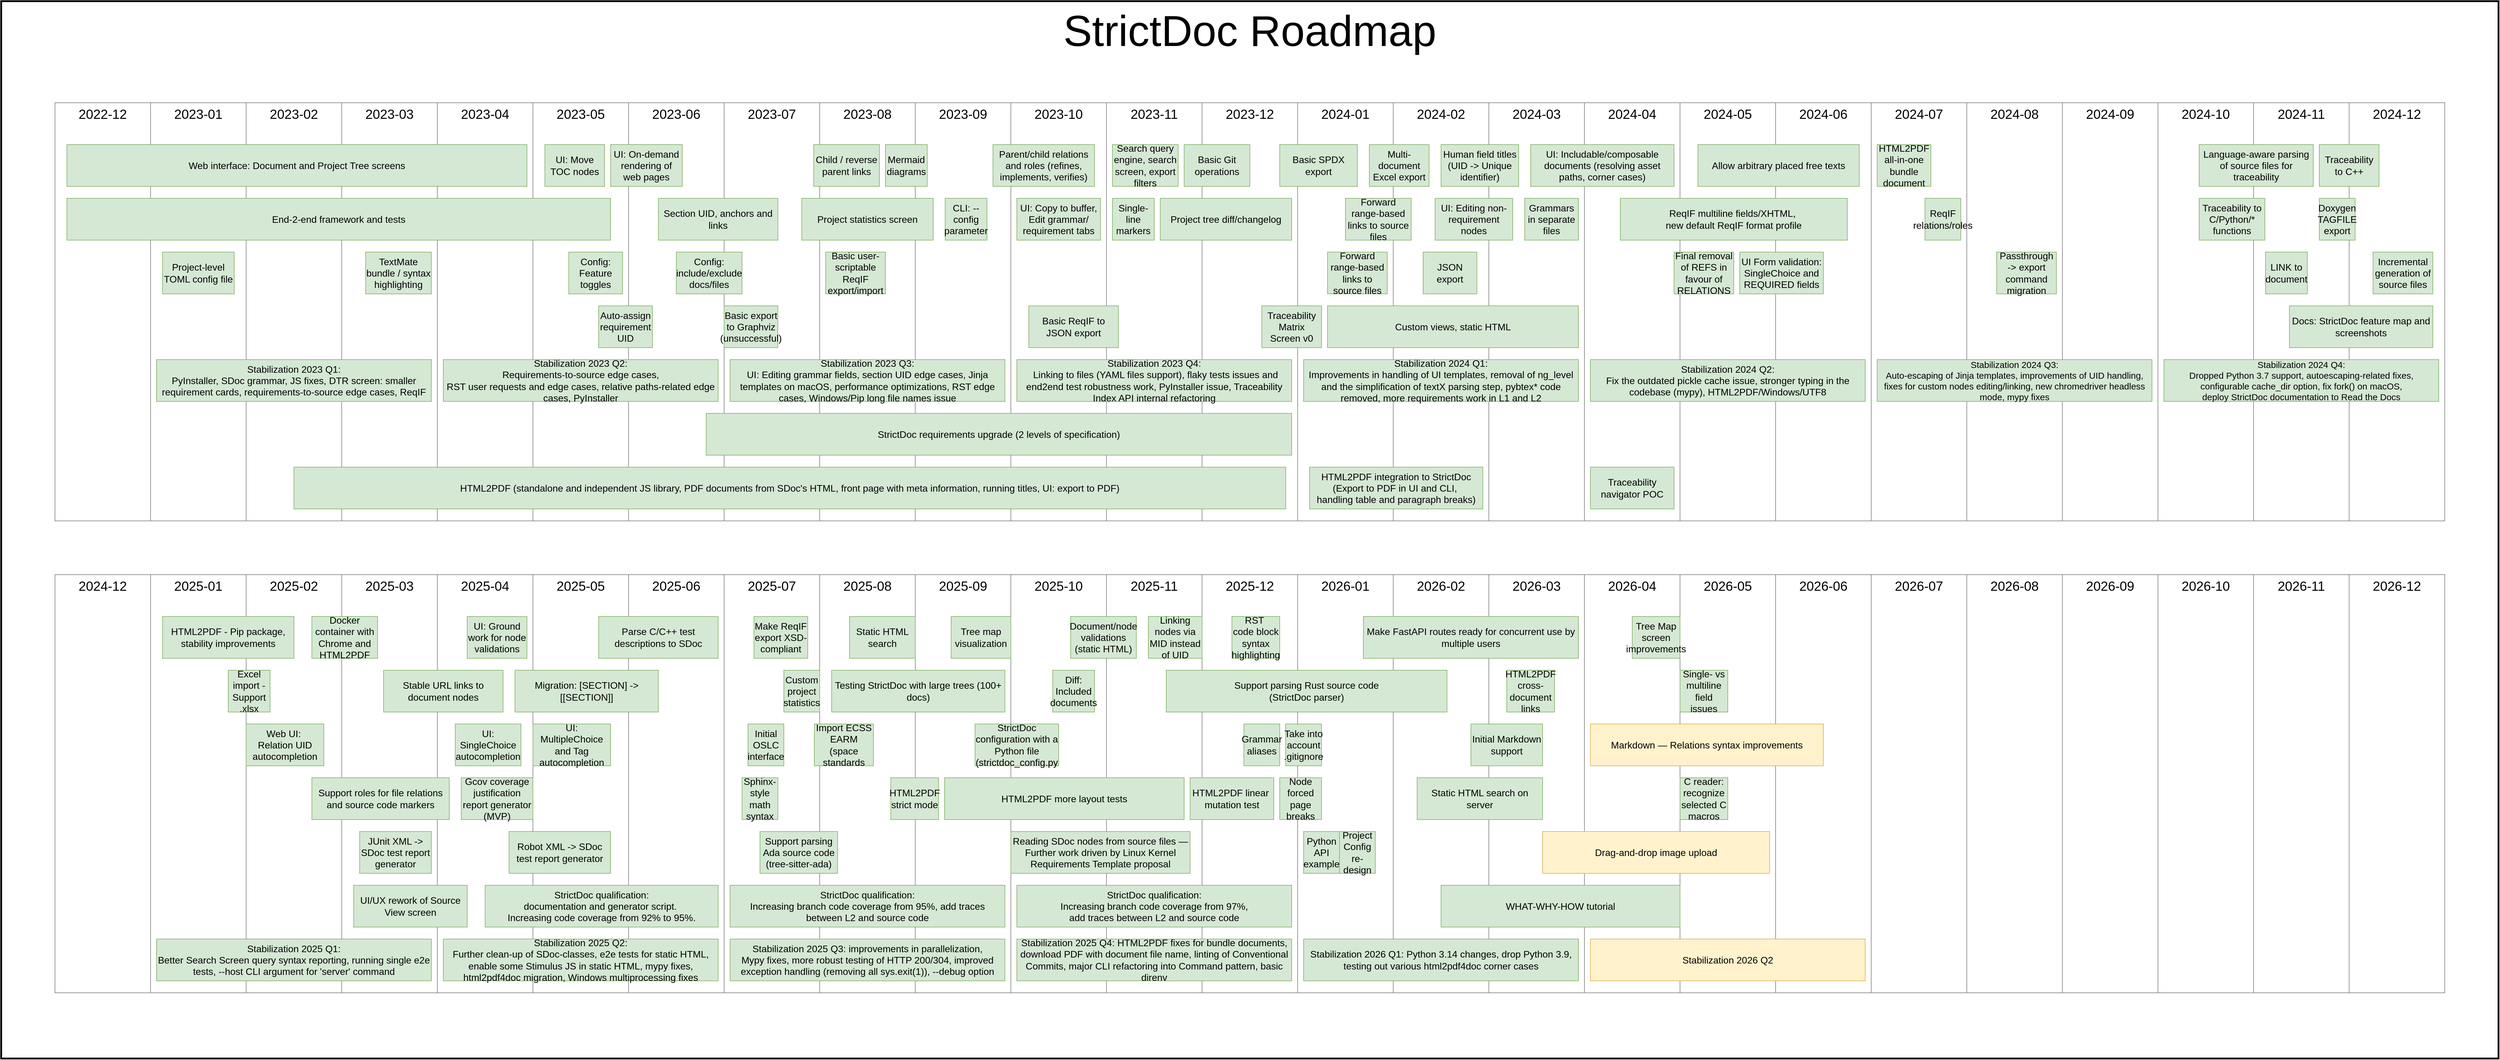
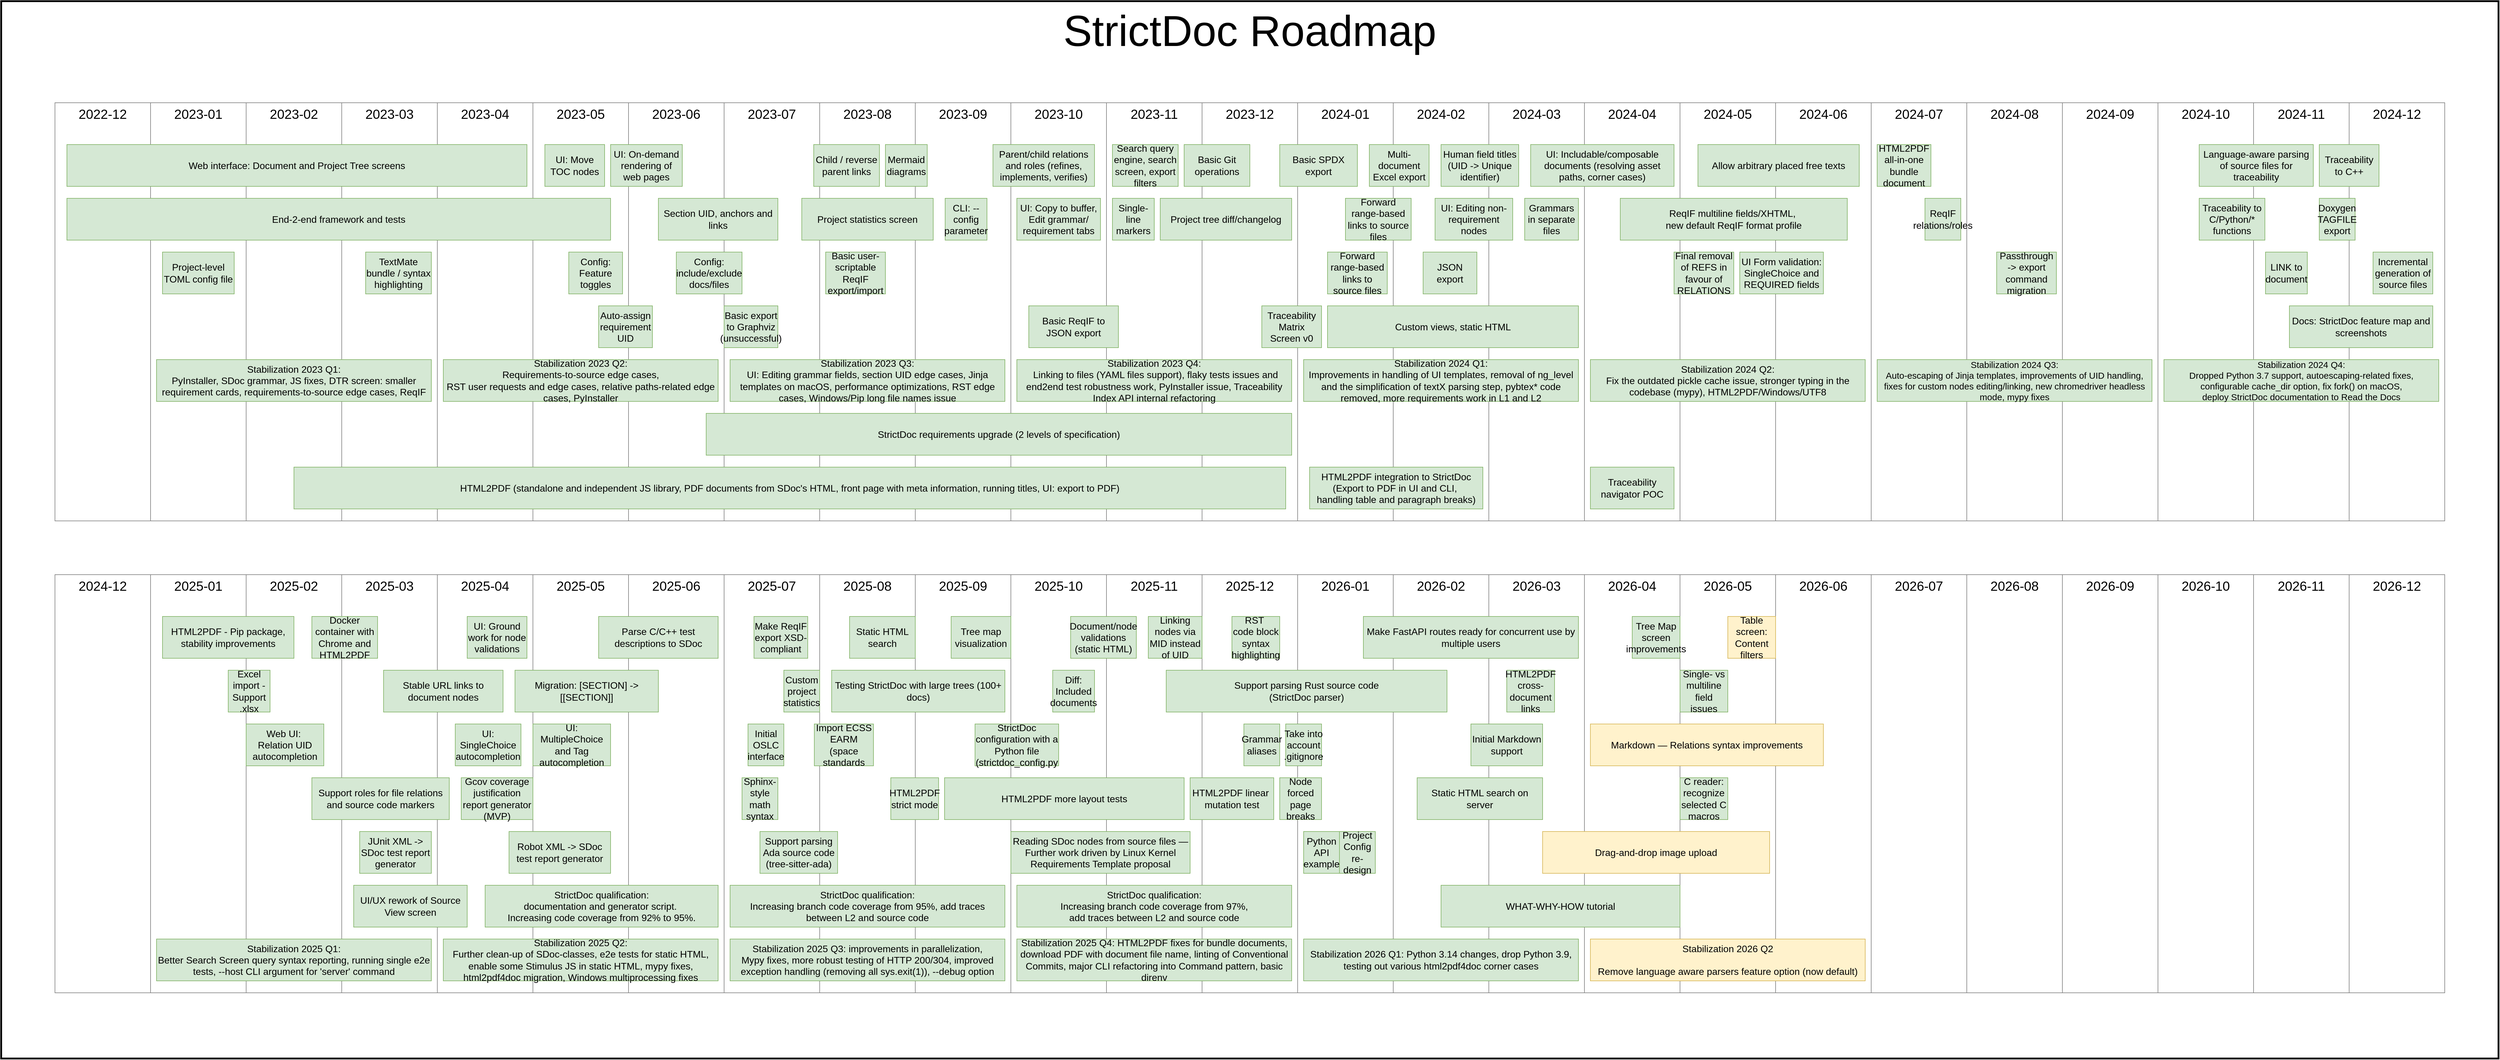
<mxfile host="Electron" agent="Mozilla/5.0 (X11; Linux x86_64) AppleWebKit/537.36 (KHTML, like Gecko) draw.io/28.2.5 Chrome/138.0.7204.251 Electron/37.6.1 Safari/537.36" version="28.2.5">
  <diagram name="Roadmap" id="QL4QDE5GQBR7DcBM7GMb">
-     <mxGraphModel dx="3939" dy="4292" grid="1" gridSize="10" guides="1" tooltips="1" connect="1" arrows="1" fold="1" page="1" pageScale="1" pageWidth="2339" pageHeight="3300" math="0" shadow="0">
+     <mxGraphModel dx="4282" dy="4504" grid="1" gridSize="10" guides="1" tooltips="1" connect="1" arrows="1" fold="1" page="1" pageScale="1" pageWidth="2339" pageHeight="3300" math="0" shadow="0">
      <root>
        <mxCell id="0" />
        <object label="Background" id="e4xbaoC47YMUbLc9hft--7">
          <mxCell style="" parent="0" />
        </object>
        <mxCell id="e4xbaoC47YMUbLc9hft--8" value="StrictDoc Roadmap" style="rounded=0;whiteSpace=wrap;html=1;verticalAlign=top;fontSize=72;strokeWidth=3;" parent="e4xbaoC47YMUbLc9hft--7" vertex="1">
          <mxGeometry x="-1450" y="-130" width="4180" height="1770" as="geometry" />
        </mxCell>
        <object label="Months" id="1">
          <mxCell style="locked=1;" parent="0" />
        </object>
        <mxCell id="5Hoejhb2v4ojji3GJ6aL-1" value="2023-09" style="rounded=0;whiteSpace=wrap;fontSize=22;verticalAlign=top;strokeColor=#808080;html=1;labelBorderColor=none;labelBackgroundColor=none;" parent="1" vertex="1">
          <mxGeometry x="80" y="40" width="160" height="700" as="geometry" />
        </mxCell>
        <mxCell id="5Hoejhb2v4ojji3GJ6aL-2" value="2023-10" style="rounded=0;whiteSpace=wrap;fontSize=22;verticalAlign=top;strokeColor=#808080;html=1;labelBorderColor=none;labelBackgroundColor=none;" parent="1" vertex="1">
          <mxGeometry x="240" y="40" width="160" height="700" as="geometry" />
        </mxCell>
        <mxCell id="5Hoejhb2v4ojji3GJ6aL-3" value="2023-11" style="rounded=0;whiteSpace=wrap;fontSize=22;verticalAlign=top;strokeColor=#808080;html=1;labelBorderColor=none;labelBackgroundColor=none;" parent="1" vertex="1">
          <mxGeometry x="400" y="40" width="160" height="700" as="geometry" />
        </mxCell>
        <mxCell id="5Hoejhb2v4ojji3GJ6aL-4" value="2023-12" style="rounded=0;whiteSpace=wrap;fontSize=22;verticalAlign=top;strokeColor=#808080;html=1;labelBorderColor=none;labelBackgroundColor=none;" parent="1" vertex="1">
          <mxGeometry x="560" y="40" width="160" height="700" as="geometry" />
        </mxCell>
        <mxCell id="5Hoejhb2v4ojji3GJ6aL-6" value="2023-08" style="rounded=0;whiteSpace=wrap;fontSize=22;verticalAlign=top;strokeColor=#808080;html=1;labelBorderColor=none;labelBackgroundColor=none;" parent="1" vertex="1">
          <mxGeometry x="-80" y="40" width="160" height="700" as="geometry" />
        </mxCell>
        <mxCell id="5Hoejhb2v4ojji3GJ6aL-7" value="2023-07" style="rounded=0;whiteSpace=wrap;fontSize=22;verticalAlign=top;strokeColor=#808080;html=1;labelBorderColor=none;labelBackgroundColor=none;" parent="1" vertex="1">
          <mxGeometry x="-240" y="40" width="160" height="700" as="geometry" />
        </mxCell>
        <mxCell id="5Hoejhb2v4ojji3GJ6aL-8" value="2023-06" style="rounded=0;whiteSpace=wrap;fontSize=22;verticalAlign=top;strokeColor=#808080;html=1;labelBorderColor=none;labelBackgroundColor=none;" parent="1" vertex="1">
          <mxGeometry x="-400" y="40" width="160" height="700" as="geometry" />
        </mxCell>
        <mxCell id="5Hoejhb2v4ojji3GJ6aL-9" value="2023-05" style="rounded=0;whiteSpace=wrap;fontSize=22;verticalAlign=top;strokeColor=#808080;html=1;labelBorderColor=none;labelBackgroundColor=none;" parent="1" vertex="1">
          <mxGeometry x="-560" y="40" width="160" height="700" as="geometry" />
        </mxCell>
        <mxCell id="5Hoejhb2v4ojji3GJ6aL-10" value="2023-04" style="rounded=0;whiteSpace=wrap;fontSize=22;verticalAlign=top;strokeColor=#808080;html=1;labelBorderColor=none;labelBackgroundColor=none;" parent="1" vertex="1">
          <mxGeometry x="-720" y="40" width="160" height="700" as="geometry" />
        </mxCell>
        <mxCell id="5Hoejhb2v4ojji3GJ6aL-11" value="2023-03" style="rounded=0;whiteSpace=wrap;fontSize=22;verticalAlign=top;strokeColor=#808080;html=1;labelBorderColor=none;labelBackgroundColor=none;" parent="1" vertex="1">
          <mxGeometry x="-880" y="40" width="160" height="700" as="geometry" />
        </mxCell>
        <mxCell id="5Hoejhb2v4ojji3GJ6aL-12" value="2023-02" style="rounded=0;whiteSpace=wrap;fontSize=22;verticalAlign=top;strokeColor=#808080;html=1;labelBorderColor=none;labelBackgroundColor=none;" parent="1" vertex="1">
          <mxGeometry x="-1040" y="40" width="160" height="700" as="geometry" />
        </mxCell>
        <mxCell id="5Hoejhb2v4ojji3GJ6aL-13" value="2023-01" style="rounded=0;whiteSpace=wrap;fontSize=22;verticalAlign=top;strokeColor=#808080;html=1;labelBorderColor=none;labelBackgroundColor=none;" parent="1" vertex="1">
          <mxGeometry x="-1200" y="40" width="160" height="700" as="geometry" />
        </mxCell>
        <mxCell id="5Hoejhb2v4ojji3GJ6aL-25" value="2024-01" style="rounded=0;whiteSpace=wrap;fontSize=22;verticalAlign=top;strokeColor=#808080;html=1;labelBorderColor=none;labelBackgroundColor=none;" parent="1" vertex="1">
          <mxGeometry x="720" y="40" width="160" height="700" as="geometry" />
        </mxCell>
        <mxCell id="5Hoejhb2v4ojji3GJ6aL-26" value="2024-02" style="rounded=0;whiteSpace=wrap;fontSize=22;verticalAlign=top;strokeColor=#808080;html=1;labelBorderColor=none;labelBackgroundColor=none;" parent="1" vertex="1">
          <mxGeometry x="880" y="40" width="160" height="700" as="geometry" />
        </mxCell>
        <mxCell id="5Hoejhb2v4ojji3GJ6aL-27" value="2024-03" style="rounded=0;whiteSpace=wrap;fontSize=22;verticalAlign=top;strokeColor=#808080;html=1;labelBorderColor=none;labelBackgroundColor=none;" parent="1" vertex="1">
          <mxGeometry x="1040" y="40" width="160" height="700" as="geometry" />
        </mxCell>
        <mxCell id="5Hoejhb2v4ojji3GJ6aL-30" value="2024-04" style="rounded=0;whiteSpace=wrap;fontSize=22;verticalAlign=top;strokeColor=#808080;html=1;labelBorderColor=none;labelBackgroundColor=none;" parent="1" vertex="1">
          <mxGeometry x="1200" y="40" width="160" height="700" as="geometry" />
        </mxCell>
        <mxCell id="5Hoejhb2v4ojji3GJ6aL-31" value="2024-05" style="rounded=0;whiteSpace=wrap;fontSize=22;verticalAlign=top;strokeColor=#808080;html=1;labelBorderColor=none;labelBackgroundColor=none;" parent="1" vertex="1">
          <mxGeometry x="1360" y="40" width="160" height="700" as="geometry" />
        </mxCell>
        <mxCell id="5Hoejhb2v4ojji3GJ6aL-32" value="2024-06" style="rounded=0;whiteSpace=wrap;fontSize=22;verticalAlign=top;strokeColor=#808080;html=1;labelBorderColor=none;labelBackgroundColor=none;" parent="1" vertex="1">
          <mxGeometry x="1520" y="40" width="160" height="700" as="geometry" />
        </mxCell>
        <mxCell id="5Hoejhb2v4ojji3GJ6aL-33" value="2024-07" style="rounded=0;whiteSpace=wrap;fontSize=22;verticalAlign=top;strokeColor=#808080;html=1;labelBorderColor=none;labelBackgroundColor=none;" parent="1" vertex="1">
          <mxGeometry x="1680" y="40" width="160" height="700" as="geometry" />
        </mxCell>
        <mxCell id="5Hoejhb2v4ojji3GJ6aL-34" value="2024-08" style="rounded=0;whiteSpace=wrap;fontSize=22;verticalAlign=top;strokeColor=#808080;html=1;labelBorderColor=none;labelBackgroundColor=none;" parent="1" vertex="1">
          <mxGeometry x="1840" y="40" width="160" height="700" as="geometry" />
        </mxCell>
        <mxCell id="5Hoejhb2v4ojji3GJ6aL-35" value="2024-09" style="rounded=0;whiteSpace=wrap;fontSize=22;verticalAlign=top;strokeColor=#808080;html=1;labelBorderColor=none;labelBackgroundColor=none;" parent="1" vertex="1">
          <mxGeometry x="2000" y="40" width="160" height="700" as="geometry" />
        </mxCell>
        <mxCell id="5Hoejhb2v4ojji3GJ6aL-36" value="2024-10" style="rounded=0;whiteSpace=wrap;fontSize=22;verticalAlign=top;strokeColor=#808080;html=1;labelBorderColor=none;labelBackgroundColor=none;" parent="1" vertex="1">
          <mxGeometry x="2160" y="40" width="160" height="700" as="geometry" />
        </mxCell>
        <mxCell id="5Hoejhb2v4ojji3GJ6aL-37" value="2024-11" style="rounded=0;whiteSpace=wrap;fontSize=22;verticalAlign=top;strokeColor=#808080;html=1;labelBorderColor=none;labelBackgroundColor=none;" parent="1" vertex="1">
          <mxGeometry x="2320" y="40" width="160" height="700" as="geometry" />
        </mxCell>
        <mxCell id="5Hoejhb2v4ojji3GJ6aL-38" value="2024-12" style="rounded=0;whiteSpace=wrap;fontSize=22;verticalAlign=top;strokeColor=#808080;html=1;labelBorderColor=none;labelBackgroundColor=none;" parent="1" vertex="1">
          <mxGeometry x="2480" y="40" width="160" height="700" as="geometry" />
        </mxCell>
        <mxCell id="5Hoejhb2v4ojji3GJ6aL-47" value="2022-12" style="rounded=0;whiteSpace=wrap;fontSize=22;verticalAlign=top;strokeColor=#808080;html=1;labelBorderColor=none;labelBackgroundColor=none;" parent="1" vertex="1">
          <mxGeometry x="-1360" y="40" width="160" height="700" as="geometry" />
        </mxCell>
        <mxCell id="vFR2ddkQemEW3wiGzv8y-28" value="2025-09" style="rounded=0;whiteSpace=wrap;fontSize=22;verticalAlign=top;strokeColor=#808080;html=1;labelBorderColor=none;labelBackgroundColor=none;" parent="1" vertex="1">
          <mxGeometry x="80" y="830" width="160" height="700" as="geometry" />
        </mxCell>
        <mxCell id="vFR2ddkQemEW3wiGzv8y-29" value="2025-10" style="rounded=0;whiteSpace=wrap;fontSize=22;verticalAlign=top;strokeColor=#808080;html=1;labelBorderColor=none;labelBackgroundColor=none;" parent="1" vertex="1">
          <mxGeometry x="240" y="830" width="160" height="700" as="geometry" />
        </mxCell>
        <mxCell id="vFR2ddkQemEW3wiGzv8y-30" value="2025-11" style="rounded=0;whiteSpace=wrap;fontSize=22;verticalAlign=top;strokeColor=#808080;html=1;labelBorderColor=none;labelBackgroundColor=none;" parent="1" vertex="1">
          <mxGeometry x="400" y="830" width="160" height="700" as="geometry" />
        </mxCell>
        <mxCell id="vFR2ddkQemEW3wiGzv8y-31" value="2025-12" style="rounded=0;whiteSpace=wrap;fontSize=22;verticalAlign=top;strokeColor=#808080;html=1;labelBorderColor=none;labelBackgroundColor=none;" parent="1" vertex="1">
          <mxGeometry x="560" y="830" width="160" height="700" as="geometry" />
        </mxCell>
        <mxCell id="vFR2ddkQemEW3wiGzv8y-32" value="2025-08" style="rounded=0;whiteSpace=wrap;fontSize=22;verticalAlign=top;strokeColor=#808080;html=1;labelBorderColor=none;labelBackgroundColor=none;" parent="1" vertex="1">
          <mxGeometry x="-80" y="830" width="160" height="700" as="geometry" />
        </mxCell>
        <mxCell id="vFR2ddkQemEW3wiGzv8y-33" value="2025-07" style="rounded=0;whiteSpace=wrap;fontSize=22;verticalAlign=top;strokeColor=#808080;html=1;labelBorderColor=none;labelBackgroundColor=none;" parent="1" vertex="1">
          <mxGeometry x="-240" y="830" width="160" height="700" as="geometry" />
        </mxCell>
        <mxCell id="vFR2ddkQemEW3wiGzv8y-34" value="2025-06" style="rounded=0;whiteSpace=wrap;fontSize=22;verticalAlign=top;strokeColor=#808080;html=1;labelBorderColor=none;labelBackgroundColor=none;" parent="1" vertex="1">
          <mxGeometry x="-400" y="830" width="160" height="700" as="geometry" />
        </mxCell>
        <mxCell id="vFR2ddkQemEW3wiGzv8y-35" value="2025-05" style="rounded=0;whiteSpace=wrap;fontSize=22;verticalAlign=top;strokeColor=#808080;html=1;labelBorderColor=none;labelBackgroundColor=none;" parent="1" vertex="1">
          <mxGeometry x="-560" y="830" width="160" height="700" as="geometry" />
        </mxCell>
        <mxCell id="vFR2ddkQemEW3wiGzv8y-36" value="2025-04" style="rounded=0;whiteSpace=wrap;fontSize=22;verticalAlign=top;strokeColor=#808080;html=1;labelBorderColor=none;labelBackgroundColor=none;" parent="1" vertex="1">
          <mxGeometry x="-720" y="830" width="160" height="700" as="geometry" />
        </mxCell>
        <mxCell id="vFR2ddkQemEW3wiGzv8y-37" value="2025-03" style="rounded=0;whiteSpace=wrap;fontSize=22;verticalAlign=top;strokeColor=#808080;html=1;labelBorderColor=none;labelBackgroundColor=none;" parent="1" vertex="1">
          <mxGeometry x="-880" y="830" width="160" height="700" as="geometry" />
        </mxCell>
        <mxCell id="vFR2ddkQemEW3wiGzv8y-38" value="2025-02" style="rounded=0;whiteSpace=wrap;fontSize=22;verticalAlign=top;strokeColor=#808080;html=1;labelBorderColor=none;labelBackgroundColor=none;" parent="1" vertex="1">
          <mxGeometry x="-1040" y="830" width="160" height="700" as="geometry" />
        </mxCell>
        <mxCell id="vFR2ddkQemEW3wiGzv8y-39" value="2025-01" style="rounded=0;whiteSpace=wrap;fontSize=22;verticalAlign=top;strokeColor=#808080;html=1;labelBorderColor=none;labelBackgroundColor=none;" parent="1" vertex="1">
          <mxGeometry x="-1200" y="830" width="160" height="700" as="geometry" />
        </mxCell>
        <mxCell id="vFR2ddkQemEW3wiGzv8y-40" value="2026-01" style="rounded=0;whiteSpace=wrap;fontSize=22;verticalAlign=top;strokeColor=#808080;html=1;labelBorderColor=none;labelBackgroundColor=none;" parent="1" vertex="1">
          <mxGeometry x="720" y="830" width="160" height="700" as="geometry" />
        </mxCell>
        <mxCell id="vFR2ddkQemEW3wiGzv8y-41" value="2026-02" style="rounded=0;whiteSpace=wrap;fontSize=22;verticalAlign=top;strokeColor=#808080;html=1;labelBorderColor=none;labelBackgroundColor=none;" parent="1" vertex="1">
          <mxGeometry x="880" y="830" width="160" height="700" as="geometry" />
        </mxCell>
        <mxCell id="vFR2ddkQemEW3wiGzv8y-42" value="2026-03" style="rounded=0;whiteSpace=wrap;fontSize=22;verticalAlign=top;strokeColor=#808080;html=1;labelBorderColor=none;labelBackgroundColor=none;" parent="1" vertex="1">
          <mxGeometry x="1040" y="830" width="160" height="700" as="geometry" />
        </mxCell>
        <mxCell id="vFR2ddkQemEW3wiGzv8y-43" value="2026-04" style="rounded=0;whiteSpace=wrap;fontSize=22;verticalAlign=top;strokeColor=#808080;html=1;labelBorderColor=none;labelBackgroundColor=none;" parent="1" vertex="1">
          <mxGeometry x="1200" y="830" width="160" height="700" as="geometry" />
        </mxCell>
        <mxCell id="vFR2ddkQemEW3wiGzv8y-44" value="2026-05" style="rounded=0;whiteSpace=wrap;fontSize=22;verticalAlign=top;strokeColor=#808080;html=1;labelBorderColor=none;labelBackgroundColor=none;" parent="1" vertex="1">
          <mxGeometry x="1360" y="830" width="160" height="700" as="geometry" />
        </mxCell>
        <mxCell id="vFR2ddkQemEW3wiGzv8y-45" value="2026-06" style="rounded=0;whiteSpace=wrap;fontSize=22;verticalAlign=top;strokeColor=#808080;html=1;labelBorderColor=none;labelBackgroundColor=none;" parent="1" vertex="1">
          <mxGeometry x="1520" y="830" width="160" height="700" as="geometry" />
        </mxCell>
        <mxCell id="vFR2ddkQemEW3wiGzv8y-46" value="2026-07" style="rounded=0;whiteSpace=wrap;fontSize=22;verticalAlign=top;strokeColor=#808080;html=1;labelBorderColor=none;labelBackgroundColor=none;" parent="1" vertex="1">
          <mxGeometry x="1680" y="830" width="160" height="700" as="geometry" />
        </mxCell>
        <mxCell id="vFR2ddkQemEW3wiGzv8y-47" value="2026-08" style="rounded=0;whiteSpace=wrap;fontSize=22;verticalAlign=top;strokeColor=#808080;html=1;labelBorderColor=none;labelBackgroundColor=none;" parent="1" vertex="1">
          <mxGeometry x="1840" y="830" width="160" height="700" as="geometry" />
        </mxCell>
        <mxCell id="vFR2ddkQemEW3wiGzv8y-48" value="2026-09" style="rounded=0;whiteSpace=wrap;fontSize=22;verticalAlign=top;strokeColor=#808080;html=1;labelBorderColor=none;labelBackgroundColor=none;" parent="1" vertex="1">
          <mxGeometry x="2000" y="830" width="160" height="700" as="geometry" />
        </mxCell>
        <mxCell id="vFR2ddkQemEW3wiGzv8y-49" value="2026-10" style="rounded=0;whiteSpace=wrap;fontSize=22;verticalAlign=top;strokeColor=#808080;html=1;labelBorderColor=none;labelBackgroundColor=none;" parent="1" vertex="1">
          <mxGeometry x="2160" y="830" width="160" height="700" as="geometry" />
        </mxCell>
        <mxCell id="vFR2ddkQemEW3wiGzv8y-50" value="2026-11" style="rounded=0;whiteSpace=wrap;fontSize=22;verticalAlign=top;strokeColor=#808080;html=1;labelBorderColor=none;labelBackgroundColor=none;" parent="1" vertex="1">
          <mxGeometry x="2320" y="830" width="160" height="700" as="geometry" />
        </mxCell>
        <mxCell id="vFR2ddkQemEW3wiGzv8y-51" value="2026-12" style="rounded=0;whiteSpace=wrap;fontSize=22;verticalAlign=top;strokeColor=#808080;html=1;labelBorderColor=none;labelBackgroundColor=none;" parent="1" vertex="1">
          <mxGeometry x="2480" y="830" width="160" height="700" as="geometry" />
        </mxCell>
        <mxCell id="vFR2ddkQemEW3wiGzv8y-52" value="2024-12" style="rounded=0;whiteSpace=wrap;fontSize=22;verticalAlign=top;strokeColor=#808080;html=1;labelBorderColor=none;labelBackgroundColor=none;" parent="1" vertex="1">
          <mxGeometry x="-1360" y="830" width="160" height="700" as="geometry" />
        </mxCell>
        <object label="Clusters" id="5Hoejhb2v4ojji3GJ6aL-50">
          <mxCell style="locked=1;" parent="0" />
        </object>
        <object label="Figures" id="5Hoejhb2v4ojji3GJ6aL-5">
          <mxCell style="" parent="0" />
        </object>
        <mxCell id="5Hoejhb2v4ojji3GJ6aL-21" value="Child / reverse parent links" style="text;html=1;strokeColor=#82b366;fillColor=#d5e8d4;align=center;verticalAlign=middle;whiteSpace=wrap;rounded=0;fontStyle=0;fontSize=16;" parent="5Hoejhb2v4ojji3GJ6aL-5" vertex="1">
          <mxGeometry x="-90" y="110" width="110" height="70" as="geometry" />
        </mxCell>
        <mxCell id="5Hoejhb2v4ojji3GJ6aL-39" value="Section UID, anchors and links" style="text;html=1;strokeColor=#82b366;fillColor=#d5e8d4;align=center;verticalAlign=middle;whiteSpace=wrap;rounded=0;fontStyle=0;fontSize=16;" parent="5Hoejhb2v4ojji3GJ6aL-5" vertex="1">
          <mxGeometry x="-350" y="200" width="200" height="70" as="geometry" />
        </mxCell>
        <mxCell id="5Hoejhb2v4ojji3GJ6aL-40" value="Auto-assign requirement UID" style="text;html=1;strokeColor=#82b366;fillColor=#d5e8d4;align=center;verticalAlign=middle;whiteSpace=wrap;rounded=0;fontStyle=0;fontSize=16;" parent="5Hoejhb2v4ojji3GJ6aL-5" vertex="1">
          <mxGeometry x="-450" y="380" width="90" height="70" as="geometry" />
        </mxCell>
        <mxCell id="5Hoejhb2v4ojji3GJ6aL-42" value="TextMate bundle / syntax highlighting" style="text;html=1;strokeColor=#82b366;fillColor=#d5e8d4;align=center;verticalAlign=middle;whiteSpace=wrap;rounded=0;fontStyle=0;fontSize=16;" parent="5Hoejhb2v4ojji3GJ6aL-5" vertex="1">
          <mxGeometry x="-840" y="290" width="110" height="70" as="geometry" />
        </mxCell>
        <mxCell id="5Hoejhb2v4ojji3GJ6aL-14" value="Project statistics screen" style="text;html=1;strokeColor=#82b366;fillColor=#d5e8d4;align=center;verticalAlign=middle;whiteSpace=wrap;rounded=0;fontStyle=0;fontSize=16;" parent="5Hoejhb2v4ojji3GJ6aL-5" vertex="1">
          <mxGeometry x="-110" y="200" width="220" height="70" as="geometry" />
        </mxCell>
        <mxCell id="5Hoejhb2v4ojji3GJ6aL-15" value="HTML2PDF (standalone and independent JS library, PDF documents from SDoc&#39;s HTML, front page with meta information, running titles, UI: export to PDF)" style="text;html=1;strokeColor=#82b366;fillColor=#d5e8d4;align=center;verticalAlign=middle;whiteSpace=wrap;rounded=0;fontStyle=0;fontSize=16;" parent="5Hoejhb2v4ojji3GJ6aL-5" vertex="1">
          <mxGeometry x="-960" y="650" width="1660" height="70" as="geometry" />
        </mxCell>
        <mxCell id="5Hoejhb2v4ojji3GJ6aL-17" value="&lt;font color=&quot;#000000&quot;&gt;Traceability&lt;/font&gt;&lt;font color=&quot;#000000&quot;&gt; Matrix Screen v0&lt;br&gt;&lt;/font&gt;" style="text;html=1;strokeColor=#82b366;fillColor=#d5e8d4;align=center;verticalAlign=middle;whiteSpace=wrap;rounded=0;fontStyle=0;fontSize=16;" parent="5Hoejhb2v4ojji3GJ6aL-5" vertex="1">
          <mxGeometry x="660" y="380" width="100" height="70" as="geometry" />
        </mxCell>
        <mxCell id="5Hoejhb2v4ojji3GJ6aL-19" value="Basic user-scriptable ReqIF export/import" style="text;html=1;strokeColor=#82b366;fillColor=#d5e8d4;align=center;verticalAlign=middle;whiteSpace=wrap;rounded=0;fontStyle=0;fontSize=16;" parent="5Hoejhb2v4ojji3GJ6aL-5" vertex="1">
          <mxGeometry x="-70" y="290" width="100" height="70" as="geometry" />
        </mxCell>
        <mxCell id="5Hoejhb2v4ojji3GJ6aL-23" value="CLI: --config parameter" style="text;html=1;strokeColor=#82b366;fillColor=#d5e8d4;align=center;verticalAlign=middle;whiteSpace=wrap;rounded=0;fontStyle=0;fontSize=16;" parent="5Hoejhb2v4ojji3GJ6aL-5" vertex="1">
          <mxGeometry x="130" y="200" width="70" height="70" as="geometry" />
        </mxCell>
        <mxCell id="5Hoejhb2v4ojji3GJ6aL-43" value="StrictDoc requirements upgrade (2 levels of specification)" style="text;html=1;strokeColor=#82b366;fillColor=#d5e8d4;align=center;verticalAlign=middle;whiteSpace=wrap;rounded=0;fontStyle=0;fontSize=16;" parent="5Hoejhb2v4ojji3GJ6aL-5" vertex="1">
          <mxGeometry x="-270" y="560" width="980" height="70" as="geometry" />
        </mxCell>
        <mxCell id="5Hoejhb2v4ojji3GJ6aL-45" value="&lt;font color=&quot;#000000&quot;&gt;Basic SPDX export&lt;br&gt;&lt;/font&gt;" style="text;html=1;strokeColor=#82b366;fillColor=#d5e8d4;align=center;verticalAlign=middle;whiteSpace=wrap;rounded=0;fontStyle=0;fontSize=16;" parent="5Hoejhb2v4ojji3GJ6aL-5" vertex="1">
          <mxGeometry x="690" y="110" width="130" height="70" as="geometry" />
        </mxCell>
        <mxCell id="5Hoejhb2v4ojji3GJ6aL-48" value="Web interface: Document and Project Tree screens" style="text;html=1;strokeColor=#82b366;fillColor=#d5e8d4;align=center;verticalAlign=middle;whiteSpace=wrap;rounded=0;fontStyle=0;fontSize=16;" parent="5Hoejhb2v4ojji3GJ6aL-5" vertex="1">
          <mxGeometry x="-1340" y="110" width="770" height="70" as="geometry" />
        </mxCell>
        <mxCell id="5Hoejhb2v4ojji3GJ6aL-51" value="End-2-end framework and tests" style="text;html=1;strokeColor=#82b366;fillColor=#d5e8d4;align=center;verticalAlign=middle;whiteSpace=wrap;rounded=0;fontStyle=0;fontSize=16;" parent="5Hoejhb2v4ojji3GJ6aL-5" vertex="1">
          <mxGeometry x="-1340" y="200" width="910" height="70" as="geometry" />
        </mxCell>
        <mxCell id="5Hoejhb2v4ojji3GJ6aL-52" value="&lt;div&gt;UI: On-demand rendering of web pages&lt;/div&gt;" style="text;html=1;strokeColor=#82b366;fillColor=#d5e8d4;align=center;verticalAlign=middle;whiteSpace=wrap;rounded=0;fontStyle=0;fontSize=16;" parent="5Hoejhb2v4ojji3GJ6aL-5" vertex="1">
          <mxGeometry x="-430" y="110" width="120" height="70" as="geometry" />
        </mxCell>
        <mxCell id="5Hoejhb2v4ojji3GJ6aL-53" value="UI: Move TOC nodes" style="text;html=1;strokeColor=#82b366;fillColor=#d5e8d4;align=center;verticalAlign=middle;whiteSpace=wrap;rounded=0;fontStyle=0;fontSize=16;" parent="5Hoejhb2v4ojji3GJ6aL-5" vertex="1">
          <mxGeometry x="-540" y="110" width="100" height="70" as="geometry" />
        </mxCell>
        <mxCell id="5Hoejhb2v4ojji3GJ6aL-54" value="Project-level TOML config file" style="text;html=1;strokeColor=#82b366;fillColor=#d5e8d4;align=center;verticalAlign=middle;whiteSpace=wrap;rounded=0;fontStyle=0;fontSize=16;" parent="5Hoejhb2v4ojji3GJ6aL-5" vertex="1">
          <mxGeometry x="-1180" y="290" width="120" height="70" as="geometry" />
        </mxCell>
        <mxCell id="e4xbaoC47YMUbLc9hft--1" value="Config: Feature toggles" style="text;html=1;strokeColor=#82b366;fillColor=#d5e8d4;align=center;verticalAlign=middle;whiteSpace=wrap;rounded=0;fontStyle=0;fontSize=16;" parent="5Hoejhb2v4ojji3GJ6aL-5" vertex="1">
          <mxGeometry x="-500" y="290" width="90" height="70" as="geometry" />
        </mxCell>
        <mxCell id="e4xbaoC47YMUbLc9hft--2" value="&lt;div&gt;Stabilization 2023 Q1:&lt;br&gt;&lt;/div&gt;&lt;div&gt;PyInstaller, SDoc grammar, JS fixes, DTR screen: smaller requirement cards, requirements-to-source edge cases, ReqIF&lt;/div&gt;" style="text;html=1;strokeColor=#82b366;fillColor=#d5e8d4;align=center;verticalAlign=middle;whiteSpace=wrap;rounded=0;fontStyle=0;fontSize=16;" parent="5Hoejhb2v4ojji3GJ6aL-5" vertex="1">
          <mxGeometry x="-1190" y="470" width="460" height="70" as="geometry" />
        </mxCell>
        <mxCell id="e4xbaoC47YMUbLc9hft--3" value="&lt;div&gt;Stabilization 2023 Q2:&lt;br&gt;&lt;/div&gt;&lt;div&gt;Requirements-to-source edge cases, &lt;br&gt;&lt;/div&gt;RST user requests and edge cases, relative paths-related edge cases, PyInstaller" style="text;html=1;strokeColor=#82b366;fillColor=#d5e8d4;align=center;verticalAlign=middle;whiteSpace=wrap;rounded=0;fontStyle=0;fontSize=16;" parent="5Hoejhb2v4ojji3GJ6aL-5" vertex="1">
          <mxGeometry x="-710" y="470" width="460" height="70" as="geometry" />
        </mxCell>
        <mxCell id="e4xbaoC47YMUbLc9hft--4" value="Config: include/exclude docs/files" style="text;html=1;strokeColor=#82b366;fillColor=#d5e8d4;align=center;verticalAlign=middle;whiteSpace=wrap;rounded=0;fontStyle=0;fontSize=16;" parent="5Hoejhb2v4ojji3GJ6aL-5" vertex="1">
          <mxGeometry x="-320" y="290" width="110" height="70" as="geometry" />
        </mxCell>
        <mxCell id="e4xbaoC47YMUbLc9hft--5" value="&lt;div&gt;Stabilization 2023 Q3:&lt;br&gt;&lt;/div&gt;UI: Editing grammar fields, section UID edge cases, Jinja templates on macOS, performance optimizations, RST edge cases, Windows/Pip long file names issue" style="text;html=1;strokeColor=#82b366;fillColor=#d5e8d4;align=center;verticalAlign=middle;whiteSpace=wrap;rounded=0;fontStyle=0;fontSize=16;" parent="5Hoejhb2v4ojji3GJ6aL-5" vertex="1">
          <mxGeometry x="-230" y="470" width="460" height="70" as="geometry" />
        </mxCell>
        <mxCell id="e4xbaoC47YMUbLc9hft--9" value="&lt;div&gt;Mermaid&lt;/div&gt;&lt;div&gt;diagrams&lt;/div&gt;" style="text;html=1;strokeColor=#82b366;fillColor=#d5e8d4;align=center;verticalAlign=middle;whiteSpace=wrap;rounded=0;fontStyle=0;fontSize=16;" parent="5Hoejhb2v4ojji3GJ6aL-5" vertex="1">
          <mxGeometry x="30" y="110" width="70" height="70" as="geometry" />
        </mxCell>
        <mxCell id="e4xbaoC47YMUbLc9hft--18" value="&lt;div&gt;Stabilization 2023 Q4:&lt;/div&gt;&lt;div&gt;&amp;nbsp;Linking to files (YAML files support), flaky tests issues and end2end test robustness work, PyInstaller issue, Traceability Index API internal refactoring&lt;br&gt;&lt;/div&gt;" style="text;html=1;strokeColor=#82b366;fillColor=#d5e8d4;align=center;verticalAlign=middle;whiteSpace=wrap;rounded=0;fontStyle=0;fontSize=16;" parent="5Hoejhb2v4ojji3GJ6aL-5" vertex="1">
          <mxGeometry x="250" y="470" width="460" height="70" as="geometry" />
        </mxCell>
        <mxCell id="ZHUxJVqyrOpv6eid2pWU-1" value="Parent/child relations and roles (refines, implements, verifies)" style="text;html=1;strokeColor=#82b366;fillColor=#d5e8d4;align=center;verticalAlign=middle;whiteSpace=wrap;rounded=0;fontStyle=0;fontSize=16;" parent="5Hoejhb2v4ojji3GJ6aL-5" vertex="1">
          <mxGeometry x="210" y="110" width="170" height="70" as="geometry" />
        </mxCell>
        <mxCell id="ZHUxJVqyrOpv6eid2pWU-2" value="Basic ReqIF to JSON export" style="text;html=1;strokeColor=#82b366;fillColor=#d5e8d4;align=center;verticalAlign=middle;whiteSpace=wrap;rounded=0;fontStyle=0;fontSize=16;" parent="5Hoejhb2v4ojji3GJ6aL-5" vertex="1">
          <mxGeometry x="270" y="380" width="150" height="70" as="geometry" />
        </mxCell>
        <mxCell id="k8s1h_Z_zSzXEBWhGtG7-1" value="&lt;div&gt;UI: Copy to buffer, Edit grammar/&lt;/div&gt;&lt;div&gt;requirement tabs&lt;br&gt;&lt;/div&gt;" style="text;html=1;strokeColor=#82b366;fillColor=#d5e8d4;align=center;verticalAlign=middle;whiteSpace=wrap;rounded=0;fontStyle=0;fontSize=16;" parent="5Hoejhb2v4ojji3GJ6aL-5" vertex="1">
          <mxGeometry x="250" y="200" width="140" height="70" as="geometry" />
        </mxCell>
        <mxCell id="5td-1cRUoRHkrHs212uj-1" value="Search query engine, search screen, export filters" style="text;html=1;strokeColor=#82b366;fillColor=#d5e8d4;align=center;verticalAlign=middle;whiteSpace=wrap;rounded=0;fontStyle=0;fontSize=16;" parent="5Hoejhb2v4ojji3GJ6aL-5" vertex="1">
          <mxGeometry x="410" y="110" width="110" height="70" as="geometry" />
        </mxCell>
        <mxCell id="5td-1cRUoRHkrHs212uj-2" value="Single-line markers" style="text;html=1;strokeColor=#82b366;fillColor=#d5e8d4;align=center;verticalAlign=middle;whiteSpace=wrap;rounded=0;fontStyle=0;fontSize=16;" parent="5Hoejhb2v4ojji3GJ6aL-5" vertex="1">
          <mxGeometry x="410" y="200" width="70" height="70" as="geometry" />
        </mxCell>
        <mxCell id="bzxhuAx1fFq9lgteCzhm-1" value="&lt;font color=&quot;#000000&quot;&gt;Project tree diff/changelog&lt;/font&gt;" style="text;html=1;strokeColor=#82b366;fillColor=#d5e8d4;align=center;verticalAlign=middle;whiteSpace=wrap;rounded=0;fontStyle=0;fontSize=16;" parent="5Hoejhb2v4ojji3GJ6aL-5" vertex="1">
          <mxGeometry x="490" y="200" width="220" height="70" as="geometry" />
        </mxCell>
        <mxCell id="xoYxP1hTg36p0s3yFHkj-1" value="Docs: StrictDoc feature map and screenshots" style="text;html=1;strokeColor=#82b366;fillColor=#d5e8d4;align=center;verticalAlign=middle;whiteSpace=wrap;rounded=0;fontStyle=0;fontSize=16;" parent="5Hoejhb2v4ojji3GJ6aL-5" vertex="1">
          <mxGeometry x="2380" y="380" width="240" height="70" as="geometry" />
        </mxCell>
        <mxCell id="xoYxP1hTg36p0s3yFHkj-2" value="&lt;font color=&quot;#000000&quot;&gt;Traceability navigator POC&lt;br&gt;&lt;/font&gt;" style="text;html=1;align=center;verticalAlign=middle;whiteSpace=wrap;rounded=0;fontStyle=0;fontSize=16;fillColor=#d5e8d4;strokeColor=#82b366;" parent="5Hoejhb2v4ojji3GJ6aL-5" vertex="1">
          <mxGeometry x="1210" y="650" width="140" height="70" as="geometry" />
        </mxCell>
        <mxCell id="xoYxP1hTg36p0s3yFHkj-6" value="&lt;font color=&quot;#000000&quot;&gt;UI: Editing non-requirement nodes&lt;/font&gt;" style="text;html=1;strokeColor=#82b366;fillColor=#d5e8d4;align=center;verticalAlign=middle;whiteSpace=wrap;rounded=0;fontStyle=0;fontSize=16;" parent="5Hoejhb2v4ojji3GJ6aL-5" vertex="1">
          <mxGeometry x="950" y="200" width="130" height="70" as="geometry" />
        </mxCell>
        <mxCell id="xoYxP1hTg36p0s3yFHkj-7" value="Basic Git operations" style="text;html=1;strokeColor=#82b366;fillColor=#d5e8d4;align=center;verticalAlign=middle;whiteSpace=wrap;rounded=0;fontStyle=0;fontSize=16;" parent="5Hoejhb2v4ojji3GJ6aL-5" vertex="1">
          <mxGeometry x="530" y="110" width="110" height="70" as="geometry" />
        </mxCell>
        <mxCell id="fWdrbh18M2HJ4tMojr6s-1" value="&lt;font color=&quot;#000000&quot;&gt;Allow arbitrary placed free texts&lt;/font&gt;" style="text;html=1;strokeColor=#82b366;fillColor=#d5e8d4;align=center;verticalAlign=middle;whiteSpace=wrap;rounded=0;fontStyle=0;fontSize=16;" parent="5Hoejhb2v4ojji3GJ6aL-5" vertex="1">
          <mxGeometry x="1390" y="110" width="270" height="70" as="geometry" />
        </mxCell>
        <mxCell id="fWdrbh18M2HJ4tMojr6s-2" value="Basic export to Graphviz (unsuccessful)" style="text;html=1;strokeColor=#82b366;fillColor=#d5e8d4;align=center;verticalAlign=middle;whiteSpace=wrap;rounded=0;fontStyle=0;fontSize=16;" parent="5Hoejhb2v4ojji3GJ6aL-5" vertex="1">
          <mxGeometry x="-240" y="380" width="90" height="70" as="geometry" />
        </mxCell>
        <mxCell id="YCubefTHywfSa6VliQcR-1" value="Forward range-based links to source files" style="text;html=1;strokeColor=#82b366;fillColor=#d5e8d4;align=center;verticalAlign=middle;whiteSpace=wrap;rounded=0;fontStyle=0;fontSize=16;" parent="5Hoejhb2v4ojji3GJ6aL-5" vertex="1">
          <mxGeometry x="770" y="290" width="100" height="70" as="geometry" />
        </mxCell>
        <mxCell id="YCubefTHywfSa6VliQcR-2" value="&lt;font color=&quot;#000000&quot;&gt;Custom views&lt;/font&gt;, static HTML" style="text;html=1;strokeColor=#82b366;fillColor=#d5e8d4;align=center;verticalAlign=middle;whiteSpace=wrap;rounded=0;fontStyle=0;fontSize=16;" parent="5Hoejhb2v4ojji3GJ6aL-5" vertex="1">
          <mxGeometry x="770" y="380" width="420" height="70" as="geometry" />
        </mxCell>
        <mxCell id="YCubefTHywfSa6VliQcR-3" value="&lt;div&gt;HTML2PDF integration to StrictDoc (Export to PDF in UI and CLI,&amp;nbsp;&lt;/div&gt;&lt;div&gt;handling table and paragraph breaks)&lt;/div&gt;" style="text;html=1;strokeColor=#82b366;fillColor=#d5e8d4;align=center;verticalAlign=middle;whiteSpace=wrap;rounded=0;fontStyle=0;fontSize=16;" parent="5Hoejhb2v4ojji3GJ6aL-5" vertex="1">
          <mxGeometry x="740" y="650" width="290" height="70" as="geometry" />
        </mxCell>
        <mxCell id="q5IPKXtHMBc3mqMKsgA0-1" value="&lt;font color=&quot;#000000&quot;&gt;Grammars in separate files&lt;br&gt;&lt;/font&gt;" style="text;html=1;strokeColor=#82b366;fillColor=#d5e8d4;align=center;verticalAlign=middle;whiteSpace=wrap;rounded=0;fontStyle=0;fontSize=16;" parent="5Hoejhb2v4ojji3GJ6aL-5" vertex="1">
          <mxGeometry x="1100" y="200" width="90" height="70" as="geometry" />
        </mxCell>
        <mxCell id="q5IPKXtHMBc3mqMKsgA0-2" value="&lt;div&gt;Human field titles&lt;/div&gt;&lt;div&gt;(UID -&amp;gt; Unique identifier)&lt;br&gt;&lt;/div&gt;" style="text;html=1;strokeColor=#82b366;fillColor=#d5e8d4;align=center;verticalAlign=middle;whiteSpace=wrap;rounded=0;fontStyle=0;fontSize=16;" parent="5Hoejhb2v4ojji3GJ6aL-5" vertex="1">
          <mxGeometry x="960" y="110" width="130" height="70" as="geometry" />
        </mxCell>
        <mxCell id="q5IPKXtHMBc3mqMKsgA0-3" value="JSON export" style="text;html=1;strokeColor=#82b366;fillColor=#d5e8d4;align=center;verticalAlign=middle;whiteSpace=wrap;rounded=0;fontStyle=0;fontSize=16;" parent="5Hoejhb2v4ojji3GJ6aL-5" vertex="1">
          <mxGeometry x="930" y="290" width="90" height="70" as="geometry" />
        </mxCell>
        <mxCell id="q5IPKXtHMBc3mqMKsgA0-4" value="Forward range-based links to source files" style="text;html=1;strokeColor=#82b366;fillColor=#d5e8d4;align=center;verticalAlign=middle;whiteSpace=wrap;rounded=0;fontStyle=0;fontSize=16;" parent="5Hoejhb2v4ojji3GJ6aL-5" vertex="1">
          <mxGeometry x="800" y="200" width="110" height="70" as="geometry" />
        </mxCell>
        <mxCell id="q5IPKXtHMBc3mqMKsgA0-5" value="&lt;div&gt;Stabilization 2024 Q1:&lt;/div&gt;&lt;div&gt;Improvements in handling of UI templates, removal of ng_level and the simplification of textX parsing step, pybtex* code removed, more requirements work in L1 and L2 &lt;/div&gt;" style="text;html=1;strokeColor=#82b366;fillColor=#d5e8d4;align=center;verticalAlign=middle;whiteSpace=wrap;rounded=0;fontStyle=0;fontSize=16;" parent="5Hoejhb2v4ojji3GJ6aL-5" vertex="1">
          <mxGeometry x="730" y="470" width="460" height="70" as="geometry" />
        </mxCell>
        <mxCell id="q5IPKXtHMBc3mqMKsgA0-6" value="Multi-document Excel export" style="text;html=1;strokeColor=#82b366;fillColor=#d5e8d4;align=center;verticalAlign=middle;whiteSpace=wrap;rounded=0;fontStyle=0;fontSize=16;" parent="5Hoejhb2v4ojji3GJ6aL-5" vertex="1">
          <mxGeometry x="840" y="110" width="100" height="70" as="geometry" />
        </mxCell>
        <mxCell id="q5IPKXtHMBc3mqMKsgA0-7" value="&lt;font color=&quot;#000000&quot;&gt;UI: Includable/composable documents&lt;/font&gt;&lt;font color=&quot;#000000&quot;&gt; (resolving asset paths, corner cases)&lt;br&gt;&lt;/font&gt;" style="text;html=1;strokeColor=#82b366;fillColor=#d5e8d4;align=center;verticalAlign=middle;whiteSpace=wrap;rounded=0;fontStyle=0;fontSize=16;" parent="5Hoejhb2v4ojji3GJ6aL-5" vertex="1">
          <mxGeometry x="1110" y="110" width="240" height="70" as="geometry" />
        </mxCell>
        <mxCell id="9dWRTfwKY_ZTF-qxbLCA-1" value="&lt;div&gt;Stabilization 2024 Q2:&lt;/div&gt;&lt;div&gt;Fix the outdated pickle cache issue, stronger typing in the codebase (mypy), HTML2PDF/Windows/UTF8&lt;/div&gt;" style="text;html=1;strokeColor=#82b366;fillColor=#d5e8d4;align=center;verticalAlign=middle;whiteSpace=wrap;rounded=0;fontStyle=0;fontSize=16;" parent="5Hoejhb2v4ojji3GJ6aL-5" vertex="1">
          <mxGeometry x="1210" y="470" width="460" height="70" as="geometry" />
        </mxCell>
        <mxCell id="5oKDhfBHpDyuIblvIitN-1" value="&lt;div&gt;ReqIF multiline fields/XHTML,&amp;nbsp;&lt;/div&gt;&lt;div&gt;new default ReqIF format profile&lt;br&gt;&lt;/div&gt;" style="text;html=1;strokeColor=#82b366;fillColor=#d5e8d4;align=center;verticalAlign=middle;whiteSpace=wrap;rounded=0;fontStyle=0;fontSize=16;" parent="5Hoejhb2v4ojji3GJ6aL-5" vertex="1">
          <mxGeometry x="1260" y="200" width="380" height="70" as="geometry" />
        </mxCell>
        <mxCell id="BHpWnK0uKLfCvxolmVS--2" value="Final removal of REFS in favour of RELATIONS" style="text;html=1;strokeColor=#82b366;fillColor=#d5e8d4;align=center;verticalAlign=middle;whiteSpace=wrap;rounded=0;fontStyle=0;fontSize=16;" parent="5Hoejhb2v4ojji3GJ6aL-5" vertex="1">
          <mxGeometry x="1350" y="290" width="100" height="70" as="geometry" />
        </mxCell>
        <mxCell id="BHpWnK0uKLfCvxolmVS--3" value="UI Form validation: SingleChoice and REQUIRED fields" style="text;html=1;strokeColor=#82b366;fillColor=#d5e8d4;align=center;verticalAlign=middle;whiteSpace=wrap;rounded=0;fontStyle=0;fontSize=16;" parent="5Hoejhb2v4ojji3GJ6aL-5" vertex="1">
          <mxGeometry x="1460" y="290" width="140" height="70" as="geometry" />
        </mxCell>
        <mxCell id="M5iQXvj3tZWS6f2_-kH6-1" value="&lt;font color=&quot;#000000&quot;&gt;HTML2PDF &lt;br&gt;all-in-one bundle &lt;br&gt;document&lt;/font&gt;&lt;br&gt;" style="text;html=1;strokeColor=#82b366;fillColor=#d5e8d4;align=center;verticalAlign=middle;whiteSpace=wrap;rounded=0;fontStyle=0;fontSize=16;" parent="5Hoejhb2v4ojji3GJ6aL-5" vertex="1">
          <mxGeometry x="1690" y="110" width="90" height="70" as="geometry" />
        </mxCell>
        <mxCell id="M5iQXvj3tZWS6f2_-kH6-2" value="&lt;div style=&quot;font-size: 15px;&quot;&gt;Stabilization 2024 Q3:&lt;/div&gt;&lt;div style=&quot;font-size: 15px;&quot;&gt;Auto-escaping of Jinja templates, improvements of UID handling, fixes for custom nodes editing/linking, new chromedriver headless mode, mypy fixes&lt;/div&gt;" style="text;html=1;strokeColor=#82b366;fillColor=#d5e8d4;align=center;verticalAlign=middle;whiteSpace=wrap;rounded=0;fontStyle=0;fontSize=15;" parent="5Hoejhb2v4ojji3GJ6aL-5" vertex="1">
          <mxGeometry x="1690" y="470" width="460" height="70" as="geometry" />
        </mxCell>
        <mxCell id="M5iQXvj3tZWS6f2_-kH6-5" value="&lt;div&gt;&lt;font color=&quot;#000000&quot;&gt;ReqIF&lt;/font&gt;&lt;/div&gt;&lt;div&gt;&lt;font color=&quot;#000000&quot;&gt;relations/roles&lt;/font&gt;&lt;br&gt;&lt;/div&gt;" style="text;html=1;strokeColor=#82b366;fillColor=#d5e8d4;align=center;verticalAlign=middle;whiteSpace=wrap;rounded=0;fontStyle=0;fontSize=16;" parent="5Hoejhb2v4ojji3GJ6aL-5" vertex="1">
          <mxGeometry x="1770" y="200" width="60" height="70" as="geometry" />
        </mxCell>
        <mxCell id="M5iQXvj3tZWS6f2_-kH6-6" value="&lt;font color=&quot;#000000&quot;&gt;Passthrough -&amp;gt; export command migration&lt;/font&gt;" style="text;html=1;strokeColor=#82b366;fillColor=#d5e8d4;align=center;verticalAlign=middle;whiteSpace=wrap;rounded=0;fontStyle=0;fontSize=16;" parent="5Hoejhb2v4ojji3GJ6aL-5" vertex="1">
          <mxGeometry x="1890" y="290" width="100" height="70" as="geometry" />
        </mxCell>
        <mxCell id="DVGK4SHqakHRgEz5WcLX-1" value="&lt;div style=&quot;font-size: 15px;&quot;&gt;Stabilization 2024 Q4:&lt;/div&gt;&lt;div style=&quot;font-size: 15px;&quot;&gt;Dropped Python 3.7 support, autoescaping-related fixes, configurable cache_dir option, fix fork() on macOS,&lt;br&gt;&lt;/div&gt;&lt;div style=&quot;font-size: 15px;&quot;&gt;deploy StrictDoc documentation to Read the Docs&lt;br&gt;&lt;/div&gt;" style="text;html=1;strokeColor=#82b366;fillColor=#d5e8d4;align=center;verticalAlign=middle;whiteSpace=wrap;rounded=0;fontStyle=0;fontSize=15;" parent="5Hoejhb2v4ojji3GJ6aL-5" vertex="1">
          <mxGeometry x="2170" y="470" width="460" height="70" as="geometry" />
        </mxCell>
        <mxCell id="DVGK4SHqakHRgEz5WcLX-2" value="Traceability to C/Python/* functions" style="text;html=1;align=center;verticalAlign=middle;whiteSpace=wrap;rounded=0;fontStyle=0;fontSize=16;fillColor=#d5e8d4;strokeColor=#82b366;" parent="5Hoejhb2v4ojji3GJ6aL-5" vertex="1">
          <mxGeometry x="2229" y="200" width="110" height="70" as="geometry" />
        </mxCell>
        <mxCell id="Q921SkYYr6UFh-46NOXI-1" value="Language-aware parsing of source files for traceability" style="text;html=1;align=center;verticalAlign=middle;whiteSpace=wrap;rounded=0;fontStyle=0;fontSize=16;fillColor=#d5e8d4;strokeColor=#82b366;" parent="5Hoejhb2v4ojji3GJ6aL-5" vertex="1">
          <mxGeometry x="2229" y="110" width="191" height="70" as="geometry" />
        </mxCell>
        <mxCell id="eXEqTkGTZLtlY54Fnls3-1" value="LINK to document" style="text;html=1;align=center;verticalAlign=middle;whiteSpace=wrap;rounded=0;fontStyle=0;fontSize=16;fillColor=#d5e8d4;strokeColor=#82b366;" parent="5Hoejhb2v4ojji3GJ6aL-5" vertex="1">
          <mxGeometry x="2340" y="290" width="70" height="70" as="geometry" />
        </mxCell>
        <mxCell id="eXEqTkGTZLtlY54Fnls3-2" value="Traceability to C++" style="text;html=1;align=center;verticalAlign=middle;whiteSpace=wrap;rounded=0;fontStyle=0;fontSize=16;fillColor=#d5e8d4;strokeColor=#82b366;" parent="5Hoejhb2v4ojji3GJ6aL-5" vertex="1">
          <mxGeometry x="2430" y="110" width="100" height="70" as="geometry" />
        </mxCell>
        <mxCell id="8H-WTupFZFOCgWsWCiur-1" value="&lt;div&gt;Doxygen TAGFILE&lt;/div&gt;&lt;div&gt;export&lt;br&gt;&lt;/div&gt;" style="text;html=1;align=center;verticalAlign=middle;whiteSpace=wrap;rounded=0;fontStyle=0;fontSize=16;fillColor=#d5e8d4;strokeColor=#82b366;" parent="5Hoejhb2v4ojji3GJ6aL-5" vertex="1">
          <mxGeometry x="2430" y="200" width="60" height="70" as="geometry" />
        </mxCell>
        <mxCell id="NXW3nEukRnEIemB_1rk6-1" value="Incremental generation of source files" style="text;html=1;align=center;verticalAlign=middle;whiteSpace=wrap;rounded=0;fontStyle=0;fontSize=16;fillColor=#d5e8d4;strokeColor=#82b366;" parent="5Hoejhb2v4ojji3GJ6aL-5" vertex="1">
          <mxGeometry x="2520" y="290" width="100" height="70" as="geometry" />
        </mxCell>
        <mxCell id="vFR2ddkQemEW3wiGzv8y-53" value="HTML2PDF - Pip package, stability improvements" style="text;html=1;strokeColor=#82b366;fillColor=#d5e8d4;align=center;verticalAlign=middle;whiteSpace=wrap;rounded=0;fontStyle=0;fontSize=16;" parent="5Hoejhb2v4ojji3GJ6aL-5" vertex="1">
          <mxGeometry x="-1180" y="900" width="220" height="70" as="geometry" />
        </mxCell>
        <mxCell id="vFR2ddkQemEW3wiGzv8y-54" value="Excel import - Support .xlsx" style="text;html=1;strokeColor=#82b366;fillColor=#d5e8d4;align=center;verticalAlign=middle;whiteSpace=wrap;rounded=0;fontStyle=0;fontSize=16;" parent="5Hoejhb2v4ojji3GJ6aL-5" vertex="1">
          <mxGeometry x="-1070" y="990" width="70" height="70" as="geometry" />
        </mxCell>
        <mxCell id="2FAFVsbkAT3x3odHAFQI-1" value="&lt;div&gt;Web UI:&amp;nbsp;&lt;/div&gt;&lt;div&gt;Relation UID autocompletion&lt;/div&gt;" style="text;html=1;strokeColor=#82b366;fillColor=#d5e8d4;align=center;verticalAlign=middle;whiteSpace=wrap;rounded=0;fontStyle=0;fontSize=16;" parent="5Hoejhb2v4ojji3GJ6aL-5" vertex="1">
          <mxGeometry x="-1040" y="1080" width="130" height="70" as="geometry" />
        </mxCell>
        <mxCell id="2FAFVsbkAT3x3odHAFQI-2" value="&lt;div&gt;Stabilization 2025 Q1:&lt;br&gt;&lt;/div&gt;&lt;div&gt;Better Search Screen query syntax reporting, running single e2e tests, --host CLI argument for &#39;server&#39; command&lt;/div&gt;" style="text;html=1;strokeColor=#82b366;fillColor=#d5e8d4;align=center;verticalAlign=middle;whiteSpace=wrap;rounded=0;fontStyle=0;fontSize=16;" parent="5Hoejhb2v4ojji3GJ6aL-5" vertex="1">
          <mxGeometry x="-1190" y="1440" width="460" height="70" as="geometry" />
        </mxCell>
        <mxCell id="jwnssjy23zgWTyzq0ZdY-1" value="Support roles for file relations and source code markers" style="text;html=1;strokeColor=#82b366;fillColor=#d5e8d4;align=center;verticalAlign=middle;whiteSpace=wrap;rounded=0;fontStyle=0;fontSize=16;" parent="5Hoejhb2v4ojji3GJ6aL-5" vertex="1">
          <mxGeometry x="-930" y="1170" width="230" height="70" as="geometry" />
        </mxCell>
        <mxCell id="jwnssjy23zgWTyzq0ZdY-2" value="Docker container with Chrome and HTML2PDF" style="text;html=1;strokeColor=#82b366;fillColor=#d5e8d4;align=center;verticalAlign=middle;whiteSpace=wrap;rounded=0;fontStyle=0;fontSize=16;" parent="5Hoejhb2v4ojji3GJ6aL-5" vertex="1">
          <mxGeometry x="-930" y="900" width="110" height="70" as="geometry" />
        </mxCell>
        <mxCell id="jwnssjy23zgWTyzq0ZdY-3" value="UI/UX rework of Source View screen" style="text;html=1;strokeColor=#82b366;fillColor=#d5e8d4;align=center;verticalAlign=middle;whiteSpace=wrap;rounded=0;fontStyle=0;fontSize=16;" parent="5Hoejhb2v4ojji3GJ6aL-5" vertex="1">
          <mxGeometry x="-860" y="1350" width="190" height="70" as="geometry" />
        </mxCell>
        <mxCell id="jwnssjy23zgWTyzq0ZdY-4" value="Document/node&lt;div&gt;validations&lt;div&gt;(static HTML)&lt;/div&gt;&lt;/div&gt;" style="text;html=1;align=center;verticalAlign=middle;whiteSpace=wrap;rounded=0;fontStyle=0;fontSize=16;fillColor=#d5e8d4;strokeColor=#82b366;" parent="5Hoejhb2v4ojji3GJ6aL-5" vertex="1">
          <mxGeometry x="340" y="900" width="110" height="70" as="geometry" />
        </mxCell>
        <mxCell id="jwnssjy23zgWTyzq0ZdY-6" value="JUnit XML -&amp;gt; SDoc test report generator" style="text;html=1;strokeColor=#82b366;fillColor=#d5e8d4;align=center;verticalAlign=middle;whiteSpace=wrap;rounded=0;fontStyle=0;fontSize=16;" parent="5Hoejhb2v4ojji3GJ6aL-5" vertex="1">
          <mxGeometry x="-850" y="1260" width="120" height="70" as="geometry" />
        </mxCell>
        <mxCell id="5O99w3PwopgMqQQ5KaQY-1" value="&lt;div&gt;Stabilization 2025 Q2:&lt;br&gt;&lt;/div&gt;&lt;div&gt;Further clean-up of SDoc-classes, e2e tests for static HTML, enable some Stimulus JS in static HTML, mypy fixes, html2pdf4doc migration, Windows multiprocessing fixes&lt;/div&gt;" style="text;html=1;strokeColor=#82b366;fillColor=#d5e8d4;align=center;verticalAlign=middle;whiteSpace=wrap;rounded=0;fontStyle=0;fontSize=16;" parent="5Hoejhb2v4ojji3GJ6aL-5" vertex="1">
          <mxGeometry x="-710" y="1440" width="460" height="70" as="geometry" />
        </mxCell>
        <mxCell id="5O99w3PwopgMqQQ5KaQY-2" value="Gcov coverage justification report generator (MVP)" style="text;html=1;strokeColor=#82b366;fillColor=#d5e8d4;align=center;verticalAlign=middle;whiteSpace=wrap;rounded=0;fontStyle=0;fontSize=16;" parent="5Hoejhb2v4ojji3GJ6aL-5" vertex="1">
          <mxGeometry x="-680" y="1170" width="120" height="70" as="geometry" />
        </mxCell>
        <mxCell id="mmp19IjbKsf9JtkNIgzo-1" value="UI: Ground work for node validations" style="text;html=1;strokeColor=#82b366;fillColor=#d5e8d4;align=center;verticalAlign=middle;whiteSpace=wrap;rounded=0;fontStyle=0;fontSize=16;" parent="5Hoejhb2v4ojji3GJ6aL-5" vertex="1">
          <mxGeometry x="-670" y="900" width="100" height="70" as="geometry" />
        </mxCell>
        <mxCell id="mmp19IjbKsf9JtkNIgzo-2" value="Stable URL links to document nodes" style="text;html=1;strokeColor=#82b366;fillColor=#d5e8d4;align=center;verticalAlign=middle;whiteSpace=wrap;rounded=0;fontStyle=0;fontSize=16;" parent="5Hoejhb2v4ojji3GJ6aL-5" vertex="1">
          <mxGeometry x="-810" y="990" width="200" height="70" as="geometry" />
        </mxCell>
        <mxCell id="mmp19IjbKsf9JtkNIgzo-4" value="&lt;div&gt;StrictDoc qualification:&lt;/div&gt;&lt;div&gt;documentation and generator script.&amp;nbsp;&lt;/div&gt;&lt;div&gt;Increasing code coverage from 92% to 95%.&lt;/div&gt;" style="text;html=1;strokeColor=#82b366;fillColor=#d5e8d4;align=center;verticalAlign=middle;whiteSpace=wrap;rounded=0;fontStyle=0;fontSize=16;" parent="5Hoejhb2v4ojji3GJ6aL-5" vertex="1">
          <mxGeometry x="-640" y="1350" width="390" height="70" as="geometry" />
        </mxCell>
        <mxCell id="9eajPwNtl0Yfan4dj0gk-2" value="&lt;div&gt;Parse C/C++ test descriptions to SDoc&lt;/div&gt;" style="text;html=1;align=center;verticalAlign=middle;whiteSpace=wrap;rounded=0;fontStyle=0;fontSize=16;fillColor=#d5e8d4;strokeColor=#82b366;" parent="5Hoejhb2v4ojji3GJ6aL-5" vertex="1">
          <mxGeometry x="-450" y="900" width="200" height="70" as="geometry" />
        </mxCell>
        <mxCell id="9eajPwNtl0Yfan4dj0gk-3" value="Migration: [SECTION] -&amp;gt; [[SECTION]]" style="text;html=1;align=center;verticalAlign=middle;whiteSpace=wrap;rounded=0;fontStyle=0;fontSize=16;fillColor=#d5e8d4;strokeColor=#82b366;" parent="5Hoejhb2v4ojji3GJ6aL-5" vertex="1">
          <mxGeometry x="-590" y="990" width="240" height="70" as="geometry" />
        </mxCell>
        <mxCell id="9eajPwNtl0Yfan4dj0gk-4" value="Robot XML -&amp;gt; SDoc test report generator" style="text;html=1;align=center;verticalAlign=middle;whiteSpace=wrap;rounded=0;fontStyle=0;fontSize=16;fillColor=#d5e8d4;strokeColor=#82b366;" parent="5Hoejhb2v4ojji3GJ6aL-5" vertex="1">
          <mxGeometry x="-600" y="1260" width="170" height="70" as="geometry" />
        </mxCell>
        <mxCell id="9eajPwNtl0Yfan4dj0gk-6" value="UI: SingleChoice autocompletion" style="text;html=1;align=center;verticalAlign=middle;whiteSpace=wrap;rounded=0;fontStyle=0;fontSize=16;fillColor=#d5e8d4;strokeColor=#82b366;" parent="5Hoejhb2v4ojji3GJ6aL-5" vertex="1">
          <mxGeometry x="-690" y="1080" width="110" height="70" as="geometry" />
        </mxCell>
        <mxCell id="9eajPwNtl0Yfan4dj0gk-7" value="UI: MultipleChoice and Tag autocompletion" style="text;html=1;align=center;verticalAlign=middle;whiteSpace=wrap;rounded=0;fontStyle=0;fontSize=16;fillColor=#d5e8d4;strokeColor=#82b366;" parent="5Hoejhb2v4ojji3GJ6aL-5" vertex="1">
          <mxGeometry x="-560" y="1080" width="130" height="70" as="geometry" />
        </mxCell>
        <mxCell id="XZVLoPHtazhiIntYqJm0-1" value="&lt;div&gt;StrictDoc qualification:&lt;/div&gt;&lt;div&gt;Increasing branch code coverage from 95%, add traces between L2 and source code&lt;/div&gt;" style="text;html=1;strokeColor=#82b366;fillColor=#d5e8d4;align=center;verticalAlign=middle;whiteSpace=wrap;rounded=0;fontStyle=0;fontSize=16;" parent="5Hoejhb2v4ojji3GJ6aL-5" vertex="1">
          <mxGeometry x="-230" y="1350" width="460" height="70" as="geometry" />
        </mxCell>
        <mxCell id="XZVLoPHtazhiIntYqJm0-2" value="&lt;div&gt;Stabilization 2025 Q3: improvements in parallelization,&lt;/div&gt;&lt;div&gt;Mypy fixes, more robust testing of HTTP 200/304, improved exception handling (removing all sys.exit(1)), --debug option&lt;/div&gt;" style="text;html=1;strokeColor=#82b366;fillColor=#d5e8d4;align=center;verticalAlign=middle;whiteSpace=wrap;rounded=0;fontStyle=0;fontSize=16;" parent="5Hoejhb2v4ojji3GJ6aL-5" vertex="1">
          <mxGeometry x="-230" y="1440" width="460" height="70" as="geometry" />
        </mxCell>
        <mxCell id="DQXxV1SDU7K0vNSEASJG-1" value="Make ReqIF export XSD-compliant" style="text;html=1;align=center;verticalAlign=middle;whiteSpace=wrap;rounded=0;fontStyle=0;fontSize=16;fillColor=#d5e8d4;strokeColor=#82b366;" parent="5Hoejhb2v4ojji3GJ6aL-5" vertex="1">
          <mxGeometry x="-190" y="900" width="90" height="70" as="geometry" />
        </mxCell>
        <mxCell id="DQXxV1SDU7K0vNSEASJG-2" value="Initial OSLC interface" style="text;html=1;align=center;verticalAlign=middle;whiteSpace=wrap;rounded=0;fontStyle=0;fontSize=16;fillColor=#d5e8d4;strokeColor=#82b366;" parent="5Hoejhb2v4ojji3GJ6aL-5" vertex="1">
          <mxGeometry x="-200" y="1080" width="60" height="70" as="geometry" />
        </mxCell>
        <mxCell id="DQXxV1SDU7K0vNSEASJG-3" value="Sphinx-style math syntax" style="text;html=1;align=center;verticalAlign=middle;whiteSpace=wrap;rounded=0;fontStyle=0;fontSize=16;fillColor=#d5e8d4;strokeColor=#82b366;" parent="5Hoejhb2v4ojji3GJ6aL-5" vertex="1">
          <mxGeometry x="-210" y="1170" width="60" height="70" as="geometry" />
        </mxCell>
        <mxCell id="wGlYDuHkOPJJRXAxA-xv-1" value="Custom project statistics" style="text;html=1;align=center;verticalAlign=middle;whiteSpace=wrap;rounded=0;fontStyle=0;fontSize=16;fillColor=#d5e8d4;strokeColor=#82b366;" parent="5Hoejhb2v4ojji3GJ6aL-5" vertex="1">
          <mxGeometry x="-140" y="990" width="60" height="70" as="geometry" />
        </mxCell>
        <mxCell id="bVY8XDDc22kfF-ngX7oV-1" value="Static HTML search" style="text;html=1;align=center;verticalAlign=middle;whiteSpace=wrap;rounded=0;fontStyle=0;fontSize=16;fillColor=#d5e8d4;strokeColor=#82b366;" parent="5Hoejhb2v4ojji3GJ6aL-5" vertex="1">
          <mxGeometry x="-30" y="900" width="110" height="70" as="geometry" />
        </mxCell>
        <mxCell id="bVY8XDDc22kfF-ngX7oV-2" value="Testing StrictDoc with large trees (100+ docs)" style="text;html=1;align=center;verticalAlign=middle;whiteSpace=wrap;rounded=0;fontStyle=0;fontSize=16;fillColor=#d5e8d4;strokeColor=#82b366;" parent="5Hoejhb2v4ojji3GJ6aL-5" vertex="1">
          <mxGeometry x="-60" y="990" width="290" height="70" as="geometry" />
        </mxCell>
        <mxCell id="bVY8XDDc22kfF-ngX7oV-3" value="&lt;div&gt;Import ECSS EARM&lt;/div&gt;&lt;div&gt;(space standards&lt;/div&gt;" style="text;html=1;align=center;verticalAlign=middle;whiteSpace=wrap;rounded=0;fontStyle=0;fontSize=16;fillColor=#d5e8d4;strokeColor=#82b366;" parent="5Hoejhb2v4ojji3GJ6aL-5" vertex="1">
          <mxGeometry x="-89" y="1080" width="99" height="70" as="geometry" />
        </mxCell>
        <mxCell id="qf8SZqOVw3G4KriSUUQf-1" value="HTML2PDF strict mode" style="text;html=1;align=center;verticalAlign=middle;whiteSpace=wrap;rounded=0;fontStyle=0;fontSize=16;fillColor=#d5e8d4;strokeColor=#82b366;" parent="5Hoejhb2v4ojji3GJ6aL-5" vertex="1">
          <mxGeometry x="39" y="1170" width="80" height="70" as="geometry" />
        </mxCell>
        <mxCell id="hAngQm-B19KVU63WBlpS-1" value="Tree map visualization" style="text;html=1;align=center;verticalAlign=middle;whiteSpace=wrap;rounded=0;fontStyle=0;fontSize=16;fillColor=#d5e8d4;strokeColor=#82b366;" parent="5Hoejhb2v4ojji3GJ6aL-5" vertex="1">
          <mxGeometry x="140" y="900" width="100" height="70" as="geometry" />
        </mxCell>
        <mxCell id="hAngQm-B19KVU63WBlpS-2" value="&lt;div&gt;Support parsing Ada source code&lt;/div&gt;(tree-sitter-ada)" style="text;html=1;align=center;verticalAlign=middle;whiteSpace=wrap;rounded=0;fontStyle=0;fontSize=16;fillColor=#d5e8d4;strokeColor=#82b366;" parent="5Hoejhb2v4ojji3GJ6aL-5" vertex="1">
          <mxGeometry x="-180" y="1260" width="130" height="70" as="geometry" />
        </mxCell>
        <mxCell id="CJRkyjP5KVGCwtUBZvE2-1" value="HTML2PDF more layout tests" style="text;html=1;align=center;verticalAlign=middle;whiteSpace=wrap;rounded=0;fontStyle=0;fontSize=16;fillColor=#d5e8d4;strokeColor=#82b366;" parent="5Hoejhb2v4ojji3GJ6aL-5" vertex="1">
          <mxGeometry x="129" y="1170" width="401" height="70" as="geometry" />
        </mxCell>
        <mxCell id="CJRkyjP5KVGCwtUBZvE2-2" value="&lt;div&gt;StrictDoc qualification:&lt;/div&gt;&lt;div&gt;Increasing branch code coverage from 97%,&lt;/div&gt;&lt;div&gt;add traces between L2 and source code&lt;/div&gt;" style="text;html=1;strokeColor=#82b366;fillColor=#d5e8d4;align=center;verticalAlign=middle;whiteSpace=wrap;rounded=0;fontStyle=0;fontSize=16;" parent="5Hoejhb2v4ojji3GJ6aL-5" vertex="1">
          <mxGeometry x="250" y="1350" width="460" height="70" as="geometry" />
        </mxCell>
        <mxCell id="CJRkyjP5KVGCwtUBZvE2-3" value="&lt;div&gt;Stabilization 2025 Q4: HTML2PDF fixes for bundle documents, download PDF with document file name, linting of Conventional Commits, major CLI refactoring into Command pattern, basic direnv&lt;/div&gt;" style="text;html=1;strokeColor=#82b366;fillColor=#d5e8d4;align=center;verticalAlign=middle;whiteSpace=wrap;rounded=0;fontStyle=0;fontSize=16;" parent="5Hoejhb2v4ojji3GJ6aL-5" vertex="1">
          <mxGeometry x="250" y="1440" width="460" height="70" as="geometry" />
        </mxCell>
        <mxCell id="eRPcp-Zo6v9222eVP6_e-1" value="&lt;div&gt;StrictDoc configuration with a Python file (strictdoc_config.py&lt;/div&gt;" style="text;html=1;align=center;verticalAlign=middle;whiteSpace=wrap;rounded=0;fontStyle=0;fontSize=16;fillColor=#d5e8d4;strokeColor=#82b366;" parent="5Hoejhb2v4ojji3GJ6aL-5" vertex="1">
          <mxGeometry x="180" y="1080" width="140" height="70" as="geometry" />
        </mxCell>
        <mxCell id="eRPcp-Zo6v9222eVP6_e-2" value="&lt;div&gt;Reading SDoc nodes from source files — Further work driven by Linux Kernel Requirements Template proposal&lt;/div&gt;" style="text;html=1;align=center;verticalAlign=middle;whiteSpace=wrap;rounded=0;fontStyle=0;fontSize=16;fillColor=#d5e8d4;strokeColor=#82b366;" parent="5Hoejhb2v4ojji3GJ6aL-5" vertex="1">
          <mxGeometry x="240" y="1260" width="300" height="70" as="geometry" />
        </mxCell>
        <mxCell id="2Au77a0Va1j8vjX5-GUo-1" value="Diff: Included documents" style="text;html=1;align=center;verticalAlign=middle;whiteSpace=wrap;rounded=0;fontStyle=0;fontSize=16;fillColor=#d5e8d4;strokeColor=#82b366;" parent="5Hoejhb2v4ojji3GJ6aL-5" vertex="1">
          <mxGeometry x="310" y="990" width="70" height="70" as="geometry" />
        </mxCell>
        <mxCell id="OCJ0sT8p7vvNHOtbERSk-1" value="Linking nodes via MID instead of UID" style="text;html=1;align=center;verticalAlign=middle;whiteSpace=wrap;rounded=0;fontStyle=0;fontSize=16;fillColor=#d5e8d4;strokeColor=#82b366;" parent="5Hoejhb2v4ojji3GJ6aL-5" vertex="1">
          <mxGeometry x="470" y="900" width="90" height="70" as="geometry" />
        </mxCell>
        <mxCell id="N9cUJzr8JpDOqpJWMLWi-1" value="&lt;div&gt;&lt;font style=&quot;color: rgb(0, 0, 0);&quot;&gt;Support parsing Rust source code&lt;/font&gt;&lt;/div&gt;&lt;font style=&quot;color: rgb(0, 0, 0);&quot;&gt;(StrictDoc parser)&lt;/font&gt;" style="text;html=1;align=center;verticalAlign=middle;whiteSpace=wrap;rounded=0;fontStyle=0;fontSize=16;fillColor=#d5e8d4;strokeColor=#82b366;" parent="5Hoejhb2v4ojji3GJ6aL-5" vertex="1">
          <mxGeometry x="500" y="990" width="470" height="70" as="geometry" />
        </mxCell>
        <mxCell id="N9cUJzr8JpDOqpJWMLWi-2" value="&lt;div&gt;HTML2PDF linear&amp;nbsp;&lt;/div&gt;&lt;div&gt;mutation test&lt;/div&gt;" style="text;html=1;align=center;verticalAlign=middle;whiteSpace=wrap;rounded=0;fontStyle=0;fontSize=16;fillColor=#d5e8d4;strokeColor=#82b366;" parent="5Hoejhb2v4ojji3GJ6aL-5" vertex="1">
          <mxGeometry x="540" y="1170" width="140" height="70" as="geometry" />
        </mxCell>
        <mxCell id="qJYqoqn38ZtzMwR7RZV4-1" value="RST&amp;nbsp;&lt;div&gt;code block syntax highlighting&lt;/div&gt;" style="text;html=1;align=center;verticalAlign=middle;whiteSpace=wrap;rounded=0;fontStyle=0;fontSize=16;fillColor=#d5e8d4;strokeColor=#82b366;" parent="5Hoejhb2v4ojji3GJ6aL-5" vertex="1">
          <mxGeometry x="610" y="900" width="80" height="70" as="geometry" />
        </mxCell>
        <mxCell id="UIBK7DAsS_p9NtYpbiHR-1" value="&lt;div&gt;Node forced page breaks&lt;/div&gt;" style="text;html=1;align=center;verticalAlign=middle;whiteSpace=wrap;rounded=0;fontStyle=0;fontSize=16;fillColor=#d5e8d4;strokeColor=#82b366;" parent="5Hoejhb2v4ojji3GJ6aL-5" vertex="1">
          <mxGeometry x="690" y="1170" width="70" height="70" as="geometry" />
        </mxCell>
        <mxCell id="UIBK7DAsS_p9NtYpbiHR-2" value="Grammar aliases" style="text;html=1;align=center;verticalAlign=middle;whiteSpace=wrap;rounded=0;fontStyle=0;fontSize=16;fillColor=#d5e8d4;strokeColor=#82b366;" parent="5Hoejhb2v4ojji3GJ6aL-5" vertex="1">
          <mxGeometry x="630" y="1080" width="60" height="70" as="geometry" />
        </mxCell>
        <mxCell id="UIBK7DAsS_p9NtYpbiHR-3" value="Take into account .gitignore" style="text;html=1;align=center;verticalAlign=middle;whiteSpace=wrap;rounded=0;fontStyle=0;fontSize=16;fillColor=#d5e8d4;strokeColor=#82b366;" parent="5Hoejhb2v4ojji3GJ6aL-5" vertex="1">
          <mxGeometry x="700" y="1080" width="60" height="70" as="geometry" />
        </mxCell>
        <mxCell id="UIBK7DAsS_p9NtYpbiHR-4" value="&lt;div&gt;Stabilization 2026 Q1: Python 3.14 changes, drop Python 3.9, testing out various html2pdf4doc corner cases&lt;/div&gt;" style="text;html=1;strokeColor=#82b366;fillColor=#d5e8d4;align=center;verticalAlign=middle;whiteSpace=wrap;rounded=0;fontStyle=0;fontSize=16;" parent="5Hoejhb2v4ojji3GJ6aL-5" vertex="1">
          <mxGeometry x="730" y="1440" width="460" height="70" as="geometry" />
        </mxCell>
        <mxCell id="UIBK7DAsS_p9NtYpbiHR-5" value="&lt;div&gt;Python API example&lt;/div&gt;" style="text;html=1;align=center;verticalAlign=middle;whiteSpace=wrap;rounded=0;fontStyle=0;fontSize=16;fillColor=#d5e8d4;strokeColor=#82b366;" parent="5Hoejhb2v4ojji3GJ6aL-5" vertex="1">
          <mxGeometry x="730" y="1260" width="60" height="70" as="geometry" />
        </mxCell>
        <mxCell id="QXMQ5QSOgz17hu6IqZ7S-1" value="&lt;div&gt;Project Config&lt;/div&gt;&lt;div&gt;re-design&lt;/div&gt;" style="text;html=1;align=center;verticalAlign=middle;whiteSpace=wrap;rounded=0;fontStyle=0;fontSize=16;fillColor=#d5e8d4;strokeColor=#82b366;" parent="5Hoejhb2v4ojji3GJ6aL-5" vertex="1">
          <mxGeometry x="790" y="1260" width="60" height="70" as="geometry" />
        </mxCell>
        <mxCell id="RSrML0RW6xnv4YvW7EgN-1" value="&lt;div&gt;Make FastAPI routes ready for concurrent use by multiple users&lt;/div&gt;" style="text;html=1;align=center;verticalAlign=middle;whiteSpace=wrap;rounded=0;fontStyle=0;fontSize=16;fillColor=#d5e8d4;strokeColor=#82b366;" parent="5Hoejhb2v4ojji3GJ6aL-5" vertex="1">
          <mxGeometry x="830" y="900" width="360" height="70" as="geometry" />
        </mxCell>
        <mxCell id="i9ebHU4jXC01XqZ85zlA-1" value="&lt;div&gt;Initial Markdown support&lt;/div&gt;" style="text;html=1;align=center;verticalAlign=middle;whiteSpace=wrap;rounded=0;fontStyle=0;fontSize=16;fillColor=#d5e8d4;strokeColor=#82b366;" parent="5Hoejhb2v4ojji3GJ6aL-5" vertex="1">
          <mxGeometry x="1010" y="1080" width="120" height="70" as="geometry" />
        </mxCell>
        <mxCell id="9iJkdfeWUvHY5kI_EfWC-1" value="&lt;div&gt;Static HTML search on server&lt;/div&gt;" style="text;html=1;align=center;verticalAlign=middle;whiteSpace=wrap;rounded=0;fontStyle=0;fontSize=16;fillColor=#d5e8d4;strokeColor=#82b366;" parent="5Hoejhb2v4ojji3GJ6aL-5" vertex="1">
          <mxGeometry x="920" y="1170" width="210" height="70" as="geometry" />
        </mxCell>
        <mxCell id="3zg7_a4Cr1-tkNY---Zh-1" value="&lt;div&gt;HTML2PDF cross-document links&lt;/div&gt;" style="text;html=1;align=center;verticalAlign=middle;whiteSpace=wrap;rounded=0;fontStyle=0;fontSize=16;fillColor=#d5e8d4;strokeColor=#82b366;" parent="5Hoejhb2v4ojji3GJ6aL-5" vertex="1">
          <mxGeometry x="1070" y="990" width="80" height="70" as="geometry" />
        </mxCell>
        <mxCell id="3zg7_a4Cr1-tkNY---Zh-2" value="&lt;div&gt;Markdown — Relations syntax improvements&lt;/div&gt;" style="text;html=1;align=center;verticalAlign=middle;whiteSpace=wrap;rounded=0;fontStyle=0;fontSize=16;fillColor=#fff2cc;strokeColor=#d6b656;" parent="5Hoejhb2v4ojji3GJ6aL-5" vertex="1">
          <mxGeometry x="1210" y="1080" width="390" height="70" as="geometry" />
        </mxCell>
-         <mxCell id="NG1bawOdFmVwRv8Im0xz-1" value="&lt;div&gt;Stabilization 2026 Q2&lt;/div&gt;" style="text;html=1;strokeColor=#d6b656;fillColor=#fff2cc;align=center;verticalAlign=middle;whiteSpace=wrap;rounded=0;fontStyle=0;fontSize=16;" parent="5Hoejhb2v4ojji3GJ6aL-5" vertex="1">
+         <mxCell id="NG1bawOdFmVwRv8Im0xz-1" value="&lt;div&gt;Stabilization 2026 Q2&lt;/div&gt;&lt;div&gt;&lt;br&gt;&lt;/div&gt;&lt;div&gt;Remove language aware parsers feature option (now default)&lt;/div&gt;" style="text;html=1;strokeColor=#d6b656;fillColor=#fff2cc;align=center;verticalAlign=middle;whiteSpace=wrap;rounded=0;fontStyle=0;fontSize=16;" parent="5Hoejhb2v4ojji3GJ6aL-5" vertex="1">
          <mxGeometry x="1210" y="1440" width="460" height="70" as="geometry" />
        </mxCell>
        <mxCell id="NG1bawOdFmVwRv8Im0xz-2" value="&lt;div&gt;Drag-and-drop image upload&lt;/div&gt;" style="text;html=1;align=center;verticalAlign=middle;whiteSpace=wrap;rounded=0;fontStyle=0;fontSize=16;fillColor=#fff2cc;strokeColor=#d6b656;" parent="5Hoejhb2v4ojji3GJ6aL-5" vertex="1">
          <mxGeometry x="1130" y="1260" width="380" height="70" as="geometry" />
        </mxCell>
-         <mxCell id="RImopIBfapGW27McXgfb-1" value="&lt;div&gt;Single- vs multiline field issues&lt;/div&gt;" style="text;html=1;align=center;verticalAlign=middle;whiteSpace=wrap;rounded=0;fontStyle=0;fontSize=16;fillColor=#d5e8d4;strokeColor=#82b366;" vertex="1" parent="5Hoejhb2v4ojji3GJ6aL-5">
+         <mxCell id="RImopIBfapGW27McXgfb-1" value="&lt;div&gt;Single- vs multiline field issues&lt;/div&gt;" style="text;html=1;align=center;verticalAlign=middle;whiteSpace=wrap;rounded=0;fontStyle=0;fontSize=16;fillColor=#d5e8d4;strokeColor=#82b366;" parent="5Hoejhb2v4ojji3GJ6aL-5" vertex="1">
          <mxGeometry x="1360" y="990" width="80" height="70" as="geometry" />
        </mxCell>
-         <mxCell id="RImopIBfapGW27McXgfb-2" value="&lt;div&gt;Tree Map screen improvements&lt;/div&gt;" style="text;html=1;align=center;verticalAlign=middle;whiteSpace=wrap;rounded=0;fontStyle=0;fontSize=16;fillColor=#d5e8d4;strokeColor=#82b366;" vertex="1" parent="5Hoejhb2v4ojji3GJ6aL-5">
+         <mxCell id="RImopIBfapGW27McXgfb-2" value="&lt;div&gt;Tree Map screen improvements&lt;/div&gt;" style="text;html=1;align=center;verticalAlign=middle;whiteSpace=wrap;rounded=0;fontStyle=0;fontSize=16;fillColor=#d5e8d4;strokeColor=#82b366;" parent="5Hoejhb2v4ojji3GJ6aL-5" vertex="1">
          <mxGeometry x="1280" y="900" width="80" height="70" as="geometry" />
        </mxCell>
-         <mxCell id="RImopIBfapGW27McXgfb-3" value="&lt;div&gt;WHAT-WHY-HOW tutorial&lt;/div&gt;" style="text;html=1;align=center;verticalAlign=middle;whiteSpace=wrap;rounded=0;fontStyle=0;fontSize=16;fillColor=#d5e8d4;strokeColor=#82b366;" vertex="1" parent="5Hoejhb2v4ojji3GJ6aL-5">
+         <mxCell id="RImopIBfapGW27McXgfb-3" value="&lt;div&gt;WHAT-WHY-HOW tutorial&lt;/div&gt;" style="text;html=1;align=center;verticalAlign=middle;whiteSpace=wrap;rounded=0;fontStyle=0;fontSize=16;fillColor=#d5e8d4;strokeColor=#82b366;" parent="5Hoejhb2v4ojji3GJ6aL-5" vertex="1">
          <mxGeometry x="960" y="1350" width="400" height="70" as="geometry" />
        </mxCell>
-         <mxCell id="RImopIBfapGW27McXgfb-4" value="&lt;div&gt;C reader: recognize selected C macros&lt;/div&gt;" style="text;html=1;align=center;verticalAlign=middle;whiteSpace=wrap;rounded=0;fontStyle=0;fontSize=16;fillColor=#d5e8d4;strokeColor=#82b366;" vertex="1" parent="5Hoejhb2v4ojji3GJ6aL-5">
+         <mxCell id="RImopIBfapGW27McXgfb-4" value="&lt;div&gt;C reader: recognize selected C macros&lt;/div&gt;" style="text;html=1;align=center;verticalAlign=middle;whiteSpace=wrap;rounded=0;fontStyle=0;fontSize=16;fillColor=#d5e8d4;strokeColor=#82b366;" parent="5Hoejhb2v4ojji3GJ6aL-5" vertex="1">
          <mxGeometry x="1360" y="1170" width="80" height="70" as="geometry" />
+         </mxCell>
+         <mxCell id="S7qylqRdD8e5_p44ZXv2-1" value="&lt;div&gt;Table screen: Content filters&lt;/div&gt;" style="text;html=1;align=center;verticalAlign=middle;whiteSpace=wrap;rounded=0;fontStyle=0;fontSize=16;fillColor=#fff2cc;strokeColor=#d6b656;" vertex="1" parent="5Hoejhb2v4ojji3GJ6aL-5">
+           <mxGeometry x="1440" y="900" width="80" height="70" as="geometry" />
        </mxCell>
      </root>
    </mxGraphModel>
  </diagram>
</mxfile>
